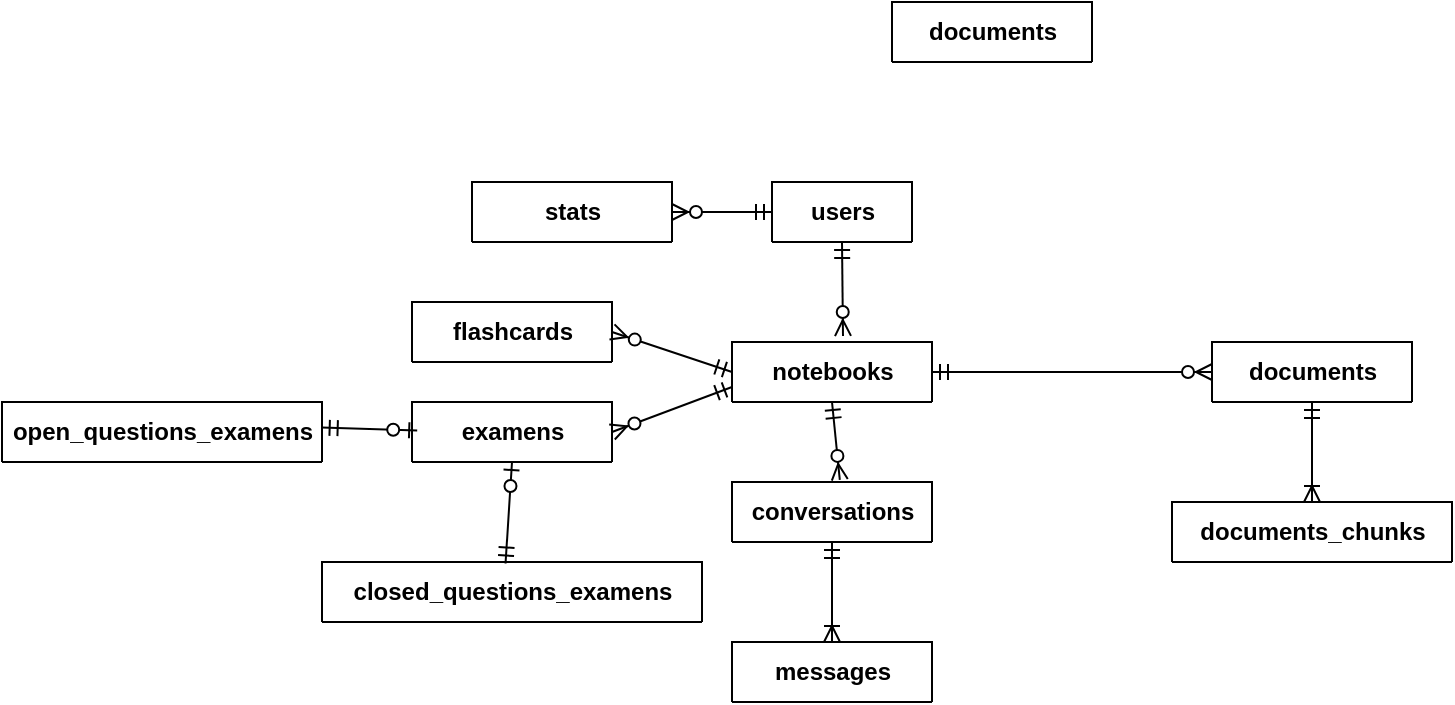
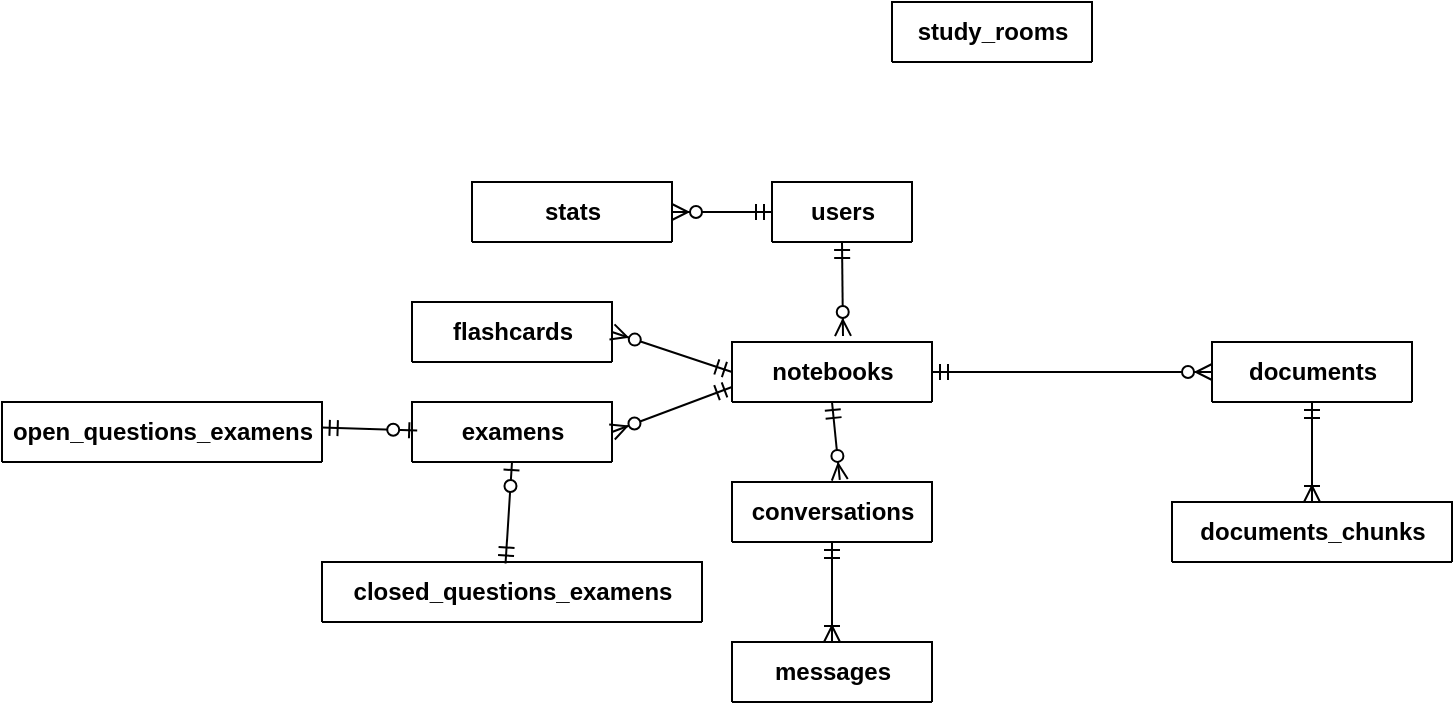
<mxfile host="Electron">
  <diagram name="Page-1" id="9mWcT3jb52ZpH7AjM-uH">
-     <mxGraphModel dx="1637" dy="566" grid="1" gridSize="10" guides="1" tooltips="1" connect="1" arrows="1" fold="1" page="1" pageScale="1" pageWidth="827" pageHeight="1169" math="0" shadow="0">
+     <mxGraphModel dx="1471" dy="462" grid="1" gridSize="10" guides="1" tooltips="1" connect="1" arrows="1" fold="1" page="1" pageScale="1" pageWidth="827" pageHeight="1169" math="0" shadow="0">
      <root>
        <mxCell id="0" />
        <mxCell id="1" parent="0" />
        <mxCell id="D_ME3l-LCZVwlyARO-Uj-1" collapsed="1" parent="1" style="shape=table;startSize=30;container=1;collapsible=1;childLayout=tableLayout;fixedRows=1;rowLines=0;fontStyle=1;align=center;resizeLast=1;html=1;" value="users" vertex="1">
          <mxGeometry height="30" width="70" x="180" y="250" as="geometry">
            <mxRectangle height="150" width="180" x="190" y="260" as="alternateBounds" />
          </mxGeometry>
        </mxCell>
        <mxCell id="D_ME3l-LCZVwlyARO-Uj-2" parent="D_ME3l-LCZVwlyARO-Uj-1" style="shape=tableRow;horizontal=0;startSize=0;swimlaneHead=0;swimlaneBody=0;fillColor=none;collapsible=0;dropTarget=0;points=[[0,0.5],[1,0.5]];portConstraint=eastwest;top=0;left=0;right=0;bottom=1;" value="" vertex="1">
          <mxGeometry height="30" width="180" y="30" as="geometry" />
        </mxCell>
        <mxCell id="D_ME3l-LCZVwlyARO-Uj-3" parent="D_ME3l-LCZVwlyARO-Uj-2" style="shape=partialRectangle;connectable=0;fillColor=none;top=0;left=0;bottom=0;right=0;fontStyle=1;overflow=hidden;whiteSpace=wrap;html=1;" value="PK" vertex="1">
          <mxGeometry height="30" width="30" as="geometry">
            <mxRectangle height="30" width="30" as="alternateBounds" />
          </mxGeometry>
        </mxCell>
        <mxCell id="D_ME3l-LCZVwlyARO-Uj-4" parent="D_ME3l-LCZVwlyARO-Uj-2" style="shape=partialRectangle;connectable=0;fillColor=none;top=0;left=0;bottom=0;right=0;align=left;spacingLeft=6;fontStyle=5;overflow=hidden;whiteSpace=wrap;html=1;" value="UniqueID" vertex="1">
          <mxGeometry height="30" width="150" x="30" as="geometry">
            <mxRectangle height="30" width="150" as="alternateBounds" />
          </mxGeometry>
        </mxCell>
        <mxCell id="D_ME3l-LCZVwlyARO-Uj-5" parent="D_ME3l-LCZVwlyARO-Uj-1" style="shape=tableRow;horizontal=0;startSize=0;swimlaneHead=0;swimlaneBody=0;fillColor=none;collapsible=0;dropTarget=0;points=[[0,0.5],[1,0.5]];portConstraint=eastwest;top=0;left=0;right=0;bottom=0;" value="" vertex="1">
          <mxGeometry height="30" width="180" y="60" as="geometry" />
        </mxCell>
        <mxCell id="D_ME3l-LCZVwlyARO-Uj-6" parent="D_ME3l-LCZVwlyARO-Uj-5" style="shape=partialRectangle;connectable=0;fillColor=none;top=0;left=0;bottom=0;right=0;editable=1;overflow=hidden;whiteSpace=wrap;html=1;" value="" vertex="1">
          <mxGeometry height="30" width="30" as="geometry">
            <mxRectangle height="30" width="30" as="alternateBounds" />
          </mxGeometry>
        </mxCell>
        <mxCell id="D_ME3l-LCZVwlyARO-Uj-7" parent="D_ME3l-LCZVwlyARO-Uj-5" style="shape=partialRectangle;connectable=0;fillColor=none;top=0;left=0;bottom=0;right=0;align=left;spacingLeft=6;overflow=hidden;whiteSpace=wrap;html=1;" value="Row 1" vertex="1">
          <mxGeometry height="30" width="150" x="30" as="geometry">
            <mxRectangle height="30" width="150" as="alternateBounds" />
          </mxGeometry>
        </mxCell>
        <mxCell id="D_ME3l-LCZVwlyARO-Uj-8" parent="D_ME3l-LCZVwlyARO-Uj-1" style="shape=tableRow;horizontal=0;startSize=0;swimlaneHead=0;swimlaneBody=0;fillColor=none;collapsible=0;dropTarget=0;points=[[0,0.5],[1,0.5]];portConstraint=eastwest;top=0;left=0;right=0;bottom=0;" value="" vertex="1">
          <mxGeometry height="30" width="180" y="90" as="geometry" />
        </mxCell>
        <mxCell id="D_ME3l-LCZVwlyARO-Uj-9" parent="D_ME3l-LCZVwlyARO-Uj-8" style="shape=partialRectangle;connectable=0;fillColor=none;top=0;left=0;bottom=0;right=0;editable=1;overflow=hidden;whiteSpace=wrap;html=1;" value="" vertex="1">
          <mxGeometry height="30" width="30" as="geometry">
            <mxRectangle height="30" width="30" as="alternateBounds" />
          </mxGeometry>
        </mxCell>
        <mxCell id="D_ME3l-LCZVwlyARO-Uj-10" parent="D_ME3l-LCZVwlyARO-Uj-8" style="shape=partialRectangle;connectable=0;fillColor=none;top=0;left=0;bottom=0;right=0;align=left;spacingLeft=6;overflow=hidden;whiteSpace=wrap;html=1;" value="Row 2" vertex="1">
          <mxGeometry height="30" width="150" x="30" as="geometry">
            <mxRectangle height="30" width="150" as="alternateBounds" />
          </mxGeometry>
        </mxCell>
        <mxCell id="D_ME3l-LCZVwlyARO-Uj-11" parent="D_ME3l-LCZVwlyARO-Uj-1" style="shape=tableRow;horizontal=0;startSize=0;swimlaneHead=0;swimlaneBody=0;fillColor=none;collapsible=0;dropTarget=0;points=[[0,0.5],[1,0.5]];portConstraint=eastwest;top=0;left=0;right=0;bottom=0;" value="" vertex="1">
          <mxGeometry height="30" width="180" y="120" as="geometry" />
        </mxCell>
        <mxCell id="D_ME3l-LCZVwlyARO-Uj-12" parent="D_ME3l-LCZVwlyARO-Uj-11" style="shape=partialRectangle;connectable=0;fillColor=none;top=0;left=0;bottom=0;right=0;editable=1;overflow=hidden;whiteSpace=wrap;html=1;" value="" vertex="1">
          <mxGeometry height="30" width="30" as="geometry">
            <mxRectangle height="30" width="30" as="alternateBounds" />
          </mxGeometry>
        </mxCell>
        <mxCell id="D_ME3l-LCZVwlyARO-Uj-13" parent="D_ME3l-LCZVwlyARO-Uj-11" style="shape=partialRectangle;connectable=0;fillColor=none;top=0;left=0;bottom=0;right=0;align=left;spacingLeft=6;overflow=hidden;whiteSpace=wrap;html=1;" value="Row 3" vertex="1">
          <mxGeometry height="30" width="150" x="30" as="geometry">
            <mxRectangle height="30" width="150" as="alternateBounds" />
          </mxGeometry>
        </mxCell>
        <mxCell id="D_ME3l-LCZVwlyARO-Uj-14" collapsed="1" parent="1" style="shape=table;startSize=30;container=1;collapsible=1;childLayout=tableLayout;fixedRows=1;rowLines=0;fontStyle=1;align=center;resizeLast=1;html=1;" value="documents" vertex="1">
          <mxGeometry height="30" width="100" x="400" y="330" as="geometry">
            <mxRectangle height="150" width="180" x="190" y="260" as="alternateBounds" />
          </mxGeometry>
        </mxCell>
        <mxCell id="D_ME3l-LCZVwlyARO-Uj-15" parent="D_ME3l-LCZVwlyARO-Uj-14" style="shape=tableRow;horizontal=0;startSize=0;swimlaneHead=0;swimlaneBody=0;fillColor=none;collapsible=0;dropTarget=0;points=[[0,0.5],[1,0.5]];portConstraint=eastwest;top=0;left=0;right=0;bottom=1;" value="" vertex="1">
          <mxGeometry height="30" width="180" y="30" as="geometry" />
        </mxCell>
        <mxCell id="D_ME3l-LCZVwlyARO-Uj-16" parent="D_ME3l-LCZVwlyARO-Uj-15" style="shape=partialRectangle;connectable=0;fillColor=none;top=0;left=0;bottom=0;right=0;fontStyle=1;overflow=hidden;whiteSpace=wrap;html=1;" value="PK" vertex="1">
          <mxGeometry height="30" width="30" as="geometry">
            <mxRectangle height="30" width="30" as="alternateBounds" />
          </mxGeometry>
        </mxCell>
        <mxCell id="D_ME3l-LCZVwlyARO-Uj-17" parent="D_ME3l-LCZVwlyARO-Uj-15" style="shape=partialRectangle;connectable=0;fillColor=none;top=0;left=0;bottom=0;right=0;align=left;spacingLeft=6;fontStyle=5;overflow=hidden;whiteSpace=wrap;html=1;" value="UniqueID" vertex="1">
          <mxGeometry height="30" width="150" x="30" as="geometry">
            <mxRectangle height="30" width="150" as="alternateBounds" />
          </mxGeometry>
        </mxCell>
        <mxCell id="D_ME3l-LCZVwlyARO-Uj-18" parent="D_ME3l-LCZVwlyARO-Uj-14" style="shape=tableRow;horizontal=0;startSize=0;swimlaneHead=0;swimlaneBody=0;fillColor=none;collapsible=0;dropTarget=0;points=[[0,0.5],[1,0.5]];portConstraint=eastwest;top=0;left=0;right=0;bottom=0;" value="" vertex="1">
          <mxGeometry height="30" width="180" y="60" as="geometry" />
        </mxCell>
        <mxCell id="D_ME3l-LCZVwlyARO-Uj-19" parent="D_ME3l-LCZVwlyARO-Uj-18" style="shape=partialRectangle;connectable=0;fillColor=none;top=0;left=0;bottom=0;right=0;editable=1;overflow=hidden;whiteSpace=wrap;html=1;" value="" vertex="1">
          <mxGeometry height="30" width="30" as="geometry">
            <mxRectangle height="30" width="30" as="alternateBounds" />
          </mxGeometry>
        </mxCell>
        <mxCell id="D_ME3l-LCZVwlyARO-Uj-20" parent="D_ME3l-LCZVwlyARO-Uj-18" style="shape=partialRectangle;connectable=0;fillColor=none;top=0;left=0;bottom=0;right=0;align=left;spacingLeft=6;overflow=hidden;whiteSpace=wrap;html=1;" value="Row 1" vertex="1">
          <mxGeometry height="30" width="150" x="30" as="geometry">
            <mxRectangle height="30" width="150" as="alternateBounds" />
          </mxGeometry>
        </mxCell>
        <mxCell id="D_ME3l-LCZVwlyARO-Uj-21" parent="D_ME3l-LCZVwlyARO-Uj-14" style="shape=tableRow;horizontal=0;startSize=0;swimlaneHead=0;swimlaneBody=0;fillColor=none;collapsible=0;dropTarget=0;points=[[0,0.5],[1,0.5]];portConstraint=eastwest;top=0;left=0;right=0;bottom=0;" value="" vertex="1">
          <mxGeometry height="30" width="180" y="90" as="geometry" />
        </mxCell>
        <mxCell id="D_ME3l-LCZVwlyARO-Uj-22" parent="D_ME3l-LCZVwlyARO-Uj-21" style="shape=partialRectangle;connectable=0;fillColor=none;top=0;left=0;bottom=0;right=0;editable=1;overflow=hidden;whiteSpace=wrap;html=1;" value="" vertex="1">
          <mxGeometry height="30" width="30" as="geometry">
            <mxRectangle height="30" width="30" as="alternateBounds" />
          </mxGeometry>
        </mxCell>
        <mxCell id="D_ME3l-LCZVwlyARO-Uj-23" parent="D_ME3l-LCZVwlyARO-Uj-21" style="shape=partialRectangle;connectable=0;fillColor=none;top=0;left=0;bottom=0;right=0;align=left;spacingLeft=6;overflow=hidden;whiteSpace=wrap;html=1;" value="Row 2" vertex="1">
          <mxGeometry height="30" width="150" x="30" as="geometry">
            <mxRectangle height="30" width="150" as="alternateBounds" />
          </mxGeometry>
        </mxCell>
        <mxCell id="D_ME3l-LCZVwlyARO-Uj-24" parent="D_ME3l-LCZVwlyARO-Uj-14" style="shape=tableRow;horizontal=0;startSize=0;swimlaneHead=0;swimlaneBody=0;fillColor=none;collapsible=0;dropTarget=0;points=[[0,0.5],[1,0.5]];portConstraint=eastwest;top=0;left=0;right=0;bottom=0;" value="" vertex="1">
          <mxGeometry height="30" width="180" y="120" as="geometry" />
        </mxCell>
        <mxCell id="D_ME3l-LCZVwlyARO-Uj-25" parent="D_ME3l-LCZVwlyARO-Uj-24" style="shape=partialRectangle;connectable=0;fillColor=none;top=0;left=0;bottom=0;right=0;editable=1;overflow=hidden;whiteSpace=wrap;html=1;" value="" vertex="1">
          <mxGeometry height="30" width="30" as="geometry">
            <mxRectangle height="30" width="30" as="alternateBounds" />
          </mxGeometry>
        </mxCell>
        <mxCell id="D_ME3l-LCZVwlyARO-Uj-26" parent="D_ME3l-LCZVwlyARO-Uj-24" style="shape=partialRectangle;connectable=0;fillColor=none;top=0;left=0;bottom=0;right=0;align=left;spacingLeft=6;overflow=hidden;whiteSpace=wrap;html=1;" value="Row 3" vertex="1">
          <mxGeometry height="30" width="150" x="30" as="geometry">
            <mxRectangle height="30" width="150" as="alternateBounds" />
          </mxGeometry>
        </mxCell>
        <mxCell id="D_ME3l-LCZVwlyARO-Uj-40" collapsed="1" parent="1" style="shape=table;startSize=30;container=1;collapsible=1;childLayout=tableLayout;fixedRows=1;rowLines=0;fontStyle=1;align=center;resizeLast=1;html=1;" value="notebooks" vertex="1">
          <mxGeometry height="30" width="100" x="160" y="330" as="geometry">
            <mxRectangle height="150" width="180" x="190" y="260" as="alternateBounds" />
          </mxGeometry>
        </mxCell>
        <mxCell id="D_ME3l-LCZVwlyARO-Uj-41" parent="D_ME3l-LCZVwlyARO-Uj-40" style="shape=tableRow;horizontal=0;startSize=0;swimlaneHead=0;swimlaneBody=0;fillColor=none;collapsible=0;dropTarget=0;points=[[0,0.5],[1,0.5]];portConstraint=eastwest;top=0;left=0;right=0;bottom=1;" value="" vertex="1">
          <mxGeometry height="30" width="180" y="30" as="geometry" />
        </mxCell>
        <mxCell id="D_ME3l-LCZVwlyARO-Uj-42" parent="D_ME3l-LCZVwlyARO-Uj-41" style="shape=partialRectangle;connectable=0;fillColor=none;top=0;left=0;bottom=0;right=0;fontStyle=1;overflow=hidden;whiteSpace=wrap;html=1;" value="PK" vertex="1">
          <mxGeometry height="30" width="30" as="geometry">
            <mxRectangle height="30" width="30" as="alternateBounds" />
          </mxGeometry>
        </mxCell>
        <mxCell id="D_ME3l-LCZVwlyARO-Uj-43" parent="D_ME3l-LCZVwlyARO-Uj-41" style="shape=partialRectangle;connectable=0;fillColor=none;top=0;left=0;bottom=0;right=0;align=left;spacingLeft=6;fontStyle=5;overflow=hidden;whiteSpace=wrap;html=1;" value="UniqueID" vertex="1">
          <mxGeometry height="30" width="150" x="30" as="geometry">
            <mxRectangle height="30" width="150" as="alternateBounds" />
          </mxGeometry>
        </mxCell>
        <mxCell id="D_ME3l-LCZVwlyARO-Uj-44" parent="D_ME3l-LCZVwlyARO-Uj-40" style="shape=tableRow;horizontal=0;startSize=0;swimlaneHead=0;swimlaneBody=0;fillColor=none;collapsible=0;dropTarget=0;points=[[0,0.5],[1,0.5]];portConstraint=eastwest;top=0;left=0;right=0;bottom=0;" value="" vertex="1">
          <mxGeometry height="30" width="180" y="60" as="geometry" />
        </mxCell>
        <mxCell id="D_ME3l-LCZVwlyARO-Uj-45" parent="D_ME3l-LCZVwlyARO-Uj-44" style="shape=partialRectangle;connectable=0;fillColor=none;top=0;left=0;bottom=0;right=0;editable=1;overflow=hidden;whiteSpace=wrap;html=1;" value="" vertex="1">
          <mxGeometry height="30" width="30" as="geometry">
            <mxRectangle height="30" width="30" as="alternateBounds" />
          </mxGeometry>
        </mxCell>
        <mxCell id="D_ME3l-LCZVwlyARO-Uj-46" parent="D_ME3l-LCZVwlyARO-Uj-44" style="shape=partialRectangle;connectable=0;fillColor=none;top=0;left=0;bottom=0;right=0;align=left;spacingLeft=6;overflow=hidden;whiteSpace=wrap;html=1;" value="Row 1" vertex="1">
          <mxGeometry height="30" width="150" x="30" as="geometry">
            <mxRectangle height="30" width="150" as="alternateBounds" />
          </mxGeometry>
        </mxCell>
        <mxCell id="D_ME3l-LCZVwlyARO-Uj-47" parent="D_ME3l-LCZVwlyARO-Uj-40" style="shape=tableRow;horizontal=0;startSize=0;swimlaneHead=0;swimlaneBody=0;fillColor=none;collapsible=0;dropTarget=0;points=[[0,0.5],[1,0.5]];portConstraint=eastwest;top=0;left=0;right=0;bottom=0;" value="" vertex="1">
          <mxGeometry height="30" width="180" y="90" as="geometry" />
        </mxCell>
        <mxCell id="D_ME3l-LCZVwlyARO-Uj-48" parent="D_ME3l-LCZVwlyARO-Uj-47" style="shape=partialRectangle;connectable=0;fillColor=none;top=0;left=0;bottom=0;right=0;editable=1;overflow=hidden;whiteSpace=wrap;html=1;" value="" vertex="1">
          <mxGeometry height="30" width="30" as="geometry">
            <mxRectangle height="30" width="30" as="alternateBounds" />
          </mxGeometry>
        </mxCell>
        <mxCell id="D_ME3l-LCZVwlyARO-Uj-49" parent="D_ME3l-LCZVwlyARO-Uj-47" style="shape=partialRectangle;connectable=0;fillColor=none;top=0;left=0;bottom=0;right=0;align=left;spacingLeft=6;overflow=hidden;whiteSpace=wrap;html=1;" value="Row 2" vertex="1">
          <mxGeometry height="30" width="150" x="30" as="geometry">
            <mxRectangle height="30" width="150" as="alternateBounds" />
          </mxGeometry>
        </mxCell>
        <mxCell id="D_ME3l-LCZVwlyARO-Uj-50" parent="D_ME3l-LCZVwlyARO-Uj-40" style="shape=tableRow;horizontal=0;startSize=0;swimlaneHead=0;swimlaneBody=0;fillColor=none;collapsible=0;dropTarget=0;points=[[0,0.5],[1,0.5]];portConstraint=eastwest;top=0;left=0;right=0;bottom=0;" value="" vertex="1">
          <mxGeometry height="30" width="180" y="120" as="geometry" />
        </mxCell>
        <mxCell id="D_ME3l-LCZVwlyARO-Uj-51" parent="D_ME3l-LCZVwlyARO-Uj-50" style="shape=partialRectangle;connectable=0;fillColor=none;top=0;left=0;bottom=0;right=0;editable=1;overflow=hidden;whiteSpace=wrap;html=1;" value="" vertex="1">
          <mxGeometry height="30" width="30" as="geometry">
            <mxRectangle height="30" width="30" as="alternateBounds" />
          </mxGeometry>
        </mxCell>
        <mxCell id="D_ME3l-LCZVwlyARO-Uj-52" parent="D_ME3l-LCZVwlyARO-Uj-50" style="shape=partialRectangle;connectable=0;fillColor=none;top=0;left=0;bottom=0;right=0;align=left;spacingLeft=6;overflow=hidden;whiteSpace=wrap;html=1;" value="Row 3" vertex="1">
          <mxGeometry height="30" width="150" x="30" as="geometry">
            <mxRectangle height="30" width="150" as="alternateBounds" />
          </mxGeometry>
        </mxCell>
        <mxCell id="D_ME3l-LCZVwlyARO-Uj-53" collapsed="1" parent="1" style="shape=table;startSize=30;container=1;collapsible=1;childLayout=tableLayout;fixedRows=1;rowLines=0;fontStyle=1;align=center;resizeLast=1;html=1;" value="conversations" vertex="1">
          <mxGeometry height="30" width="100" x="160" y="400" as="geometry">
            <mxRectangle height="150" width="180" x="190" y="260" as="alternateBounds" />
          </mxGeometry>
        </mxCell>
        <mxCell id="D_ME3l-LCZVwlyARO-Uj-54" parent="D_ME3l-LCZVwlyARO-Uj-53" style="shape=tableRow;horizontal=0;startSize=0;swimlaneHead=0;swimlaneBody=0;fillColor=none;collapsible=0;dropTarget=0;points=[[0,0.5],[1,0.5]];portConstraint=eastwest;top=0;left=0;right=0;bottom=1;" value="" vertex="1">
          <mxGeometry height="30" width="180" y="30" as="geometry" />
        </mxCell>
        <mxCell id="D_ME3l-LCZVwlyARO-Uj-55" parent="D_ME3l-LCZVwlyARO-Uj-54" style="shape=partialRectangle;connectable=0;fillColor=none;top=0;left=0;bottom=0;right=0;fontStyle=1;overflow=hidden;whiteSpace=wrap;html=1;" value="PK" vertex="1">
          <mxGeometry height="30" width="30" as="geometry">
            <mxRectangle height="30" width="30" as="alternateBounds" />
          </mxGeometry>
        </mxCell>
        <mxCell id="D_ME3l-LCZVwlyARO-Uj-56" parent="D_ME3l-LCZVwlyARO-Uj-54" style="shape=partialRectangle;connectable=0;fillColor=none;top=0;left=0;bottom=0;right=0;align=left;spacingLeft=6;fontStyle=5;overflow=hidden;whiteSpace=wrap;html=1;" value="UniqueID" vertex="1">
          <mxGeometry height="30" width="150" x="30" as="geometry">
            <mxRectangle height="30" width="150" as="alternateBounds" />
          </mxGeometry>
        </mxCell>
        <mxCell id="D_ME3l-LCZVwlyARO-Uj-57" parent="D_ME3l-LCZVwlyARO-Uj-53" style="shape=tableRow;horizontal=0;startSize=0;swimlaneHead=0;swimlaneBody=0;fillColor=none;collapsible=0;dropTarget=0;points=[[0,0.5],[1,0.5]];portConstraint=eastwest;top=0;left=0;right=0;bottom=0;" value="" vertex="1">
          <mxGeometry height="30" width="180" y="60" as="geometry" />
        </mxCell>
        <mxCell id="D_ME3l-LCZVwlyARO-Uj-58" parent="D_ME3l-LCZVwlyARO-Uj-57" style="shape=partialRectangle;connectable=0;fillColor=none;top=0;left=0;bottom=0;right=0;editable=1;overflow=hidden;whiteSpace=wrap;html=1;" value="" vertex="1">
          <mxGeometry height="30" width="30" as="geometry">
            <mxRectangle height="30" width="30" as="alternateBounds" />
          </mxGeometry>
        </mxCell>
        <mxCell id="D_ME3l-LCZVwlyARO-Uj-59" parent="D_ME3l-LCZVwlyARO-Uj-57" style="shape=partialRectangle;connectable=0;fillColor=none;top=0;left=0;bottom=0;right=0;align=left;spacingLeft=6;overflow=hidden;whiteSpace=wrap;html=1;" value="Row 1" vertex="1">
          <mxGeometry height="30" width="150" x="30" as="geometry">
            <mxRectangle height="30" width="150" as="alternateBounds" />
          </mxGeometry>
        </mxCell>
        <mxCell id="D_ME3l-LCZVwlyARO-Uj-60" parent="D_ME3l-LCZVwlyARO-Uj-53" style="shape=tableRow;horizontal=0;startSize=0;swimlaneHead=0;swimlaneBody=0;fillColor=none;collapsible=0;dropTarget=0;points=[[0,0.5],[1,0.5]];portConstraint=eastwest;top=0;left=0;right=0;bottom=0;" value="" vertex="1">
          <mxGeometry height="30" width="180" y="90" as="geometry" />
        </mxCell>
        <mxCell id="D_ME3l-LCZVwlyARO-Uj-61" parent="D_ME3l-LCZVwlyARO-Uj-60" style="shape=partialRectangle;connectable=0;fillColor=none;top=0;left=0;bottom=0;right=0;editable=1;overflow=hidden;whiteSpace=wrap;html=1;" value="" vertex="1">
          <mxGeometry height="30" width="30" as="geometry">
            <mxRectangle height="30" width="30" as="alternateBounds" />
          </mxGeometry>
        </mxCell>
        <mxCell id="D_ME3l-LCZVwlyARO-Uj-62" parent="D_ME3l-LCZVwlyARO-Uj-60" style="shape=partialRectangle;connectable=0;fillColor=none;top=0;left=0;bottom=0;right=0;align=left;spacingLeft=6;overflow=hidden;whiteSpace=wrap;html=1;" value="Row 2" vertex="1">
          <mxGeometry height="30" width="150" x="30" as="geometry">
            <mxRectangle height="30" width="150" as="alternateBounds" />
          </mxGeometry>
        </mxCell>
        <mxCell id="D_ME3l-LCZVwlyARO-Uj-63" parent="D_ME3l-LCZVwlyARO-Uj-53" style="shape=tableRow;horizontal=0;startSize=0;swimlaneHead=0;swimlaneBody=0;fillColor=none;collapsible=0;dropTarget=0;points=[[0,0.5],[1,0.5]];portConstraint=eastwest;top=0;left=0;right=0;bottom=0;" value="" vertex="1">
          <mxGeometry height="30" width="180" y="120" as="geometry" />
        </mxCell>
        <mxCell id="D_ME3l-LCZVwlyARO-Uj-64" parent="D_ME3l-LCZVwlyARO-Uj-63" style="shape=partialRectangle;connectable=0;fillColor=none;top=0;left=0;bottom=0;right=0;editable=1;overflow=hidden;whiteSpace=wrap;html=1;" value="" vertex="1">
          <mxGeometry height="30" width="30" as="geometry">
            <mxRectangle height="30" width="30" as="alternateBounds" />
          </mxGeometry>
        </mxCell>
        <mxCell id="D_ME3l-LCZVwlyARO-Uj-65" parent="D_ME3l-LCZVwlyARO-Uj-63" style="shape=partialRectangle;connectable=0;fillColor=none;top=0;left=0;bottom=0;right=0;align=left;spacingLeft=6;overflow=hidden;whiteSpace=wrap;html=1;" value="Row 3" vertex="1">
          <mxGeometry height="30" width="150" x="30" as="geometry">
            <mxRectangle height="30" width="150" as="alternateBounds" />
          </mxGeometry>
        </mxCell>
        <mxCell id="D_ME3l-LCZVwlyARO-Uj-66" collapsed="1" parent="1" style="shape=table;startSize=30;container=1;collapsible=1;childLayout=tableLayout;fixedRows=1;rowLines=0;fontStyle=1;align=center;resizeLast=1;html=1;" value="messages&lt;span style=&quot;color: rgba(0, 0, 0, 0); font-family: monospace; font-size: 0px; font-weight: 400; text-align: start;&quot;&gt;%3CmxGraphModel%3E%3Croot%3E%3CmxCell%20id%3D%220%22%2F%3E%3CmxCell%20id%3D%221%22%20parent%3D%220%22%2F%3E%3CmxCell%20id%3D%222%22%20collapsed%3D%221%22%20parent%3D%221%22%20style%3D%22shape%3Dtable%3BstartSize%3D30%3Bcontainer%3D1%3Bcollapsible%3D1%3BchildLayout%3DtableLayout%3BfixedRows%3D1%3BrowLines%3D0%3BfontStyle%3D1%3Balign%3Dcenter%3BresizeLast%3D1%3Bhtml%3D1%3B%22%20value%3D%22conversations%22%20vertex%3D%221%22%3E%3CmxGeometry%20height%3D%2230%22%20width%3D%22100%22%20x%3D%22150%22%20y%3D%22410%22%20as%3D%22geometry%22%3E%3CmxRectangle%20height%3D%22150%22%20width%3D%22180%22%20x%3D%22190%22%20y%3D%22260%22%20as%3D%22alternateBounds%22%2F%3E%3C%2FmxGeometry%3E%3C%2FmxCell%3E%3CmxCell%20id%3D%223%22%20parent%3D%222%22%20style%3D%22shape%3DtableRow%3Bhorizontal%3D0%3BstartSize%3D0%3BswimlaneHead%3D0%3BswimlaneBody%3D0%3BfillColor%3Dnone%3Bcollapsible%3D0%3BdropTarget%3D0%3Bpoints%3D%5B%5B0%2C0.5%5D%2C%5B1%2C0.5%5D%5D%3BportConstraint%3Deastwest%3Btop%3D0%3Bleft%3D0%3Bright%3D0%3Bbottom%3D1%3B%22%20value%3D%22%22%20vertex%3D%221%22%3E%3CmxGeometry%20height%3D%2230%22%20width%3D%22180%22%20y%3D%2230%22%20as%3D%22geometry%22%2F%3E%3C%2FmxCell%3E%3CmxCell%20id%3D%224%22%20parent%3D%223%22%20style%3D%22shape%3DpartialRectangle%3Bconnectable%3D0%3BfillColor%3Dnone%3Btop%3D0%3Bleft%3D0%3Bbottom%3D0%3Bright%3D0%3BfontStyle%3D1%3Boverflow%3Dhidden%3BwhiteSpace%3Dwrap%3Bhtml%3D1%3B%22%20value%3D%22PK%22%20vertex%3D%221%22%3E%3CmxGeometry%20height%3D%2230%22%20width%3D%2230%22%20as%3D%22geometry%22%3E%3CmxRectangle%20height%3D%2230%22%20width%3D%2230%22%20as%3D%22alternateBounds%22%2F%3E%3C%2FmxGeometry%3E%3C%2FmxCell%3E%3CmxCell%20id%3D%225%22%20parent%3D%223%22%20style%3D%22shape%3DpartialRectangle%3Bconnectable%3D0%3BfillColor%3Dnone%3Btop%3D0%3Bleft%3D0%3Bbottom%3D0%3Bright%3D0%3Balign%3Dleft%3BspacingLeft%3D6%3BfontStyle%3D5%3Boverflow%3Dhidden%3BwhiteSpace%3Dwrap%3Bhtml%3D1%3B%22%20value%3D%22UniqueID%22%20vertex%3D%221%22%3E%3CmxGeometry%20height%3D%2230%22%20width%3D%22150%22%20x%3D%2230%22%20as%3D%22geometry%22%3E%3CmxRectangle%20height%3D%2230%22%20width%3D%22150%22%20as%3D%22alternateBounds%22%2F%3E%3C%2FmxGeometry%3E%3C%2FmxCell%3E%3CmxCell%20id%3D%226%22%20parent%3D%222%22%20style%3D%22shape%3DtableRow%3Bhorizontal%3D0%3BstartSize%3D0%3BswimlaneHead%3D0%3BswimlaneBody%3D0%3BfillColor%3Dnone%3Bcollapsible%3D0%3BdropTarget%3D0%3Bpoints%3D%5B%5B0%2C0.5%5D%2C%5B1%2C0.5%5D%5D%3BportConstraint%3Deastwest%3Btop%3D0%3Bleft%3D0%3Bright%3D0%3Bbottom%3D0%3B%22%20value%3D%22%22%20vertex%3D%221%22%3E%3CmxGeometry%20height%3D%2230%22%20width%3D%22180%22%20y%3D%2260%22%20as%3D%22geometry%22%2F%3E%3C%2FmxCell%3E%3CmxCell%20id%3D%227%22%20parent%3D%226%22%20style%3D%22shape%3DpartialRectangle%3Bconnectable%3D0%3BfillColor%3Dnone%3Btop%3D0%3Bleft%3D0%3Bbottom%3D0%3Bright%3D0%3Beditable%3D1%3Boverflow%3Dhidden%3BwhiteSpace%3Dwrap%3Bhtml%3D1%3B%22%20value%3D%22%22%20vertex%3D%221%22%3E%3CmxGeometry%20height%3D%2230%22%20width%3D%2230%22%20as%3D%22geometry%22%3E%3CmxRectangle%20height%3D%2230%22%20width%3D%2230%22%20as%3D%22alternateBounds%22%2F%3E%3C%2FmxGeometry%3E%3C%2FmxCell%3E%3CmxCell%20id%3D%228%22%20parent%3D%226%22%20style%3D%22shape%3DpartialRectangle%3Bconnectable%3D0%3BfillColor%3Dnone%3Btop%3D0%3Bleft%3D0%3Bbottom%3D0%3Bright%3D0%3Balign%3Dleft%3BspacingLeft%3D6%3Boverflow%3Dhidden%3BwhiteSpace%3Dwrap%3Bhtml%3D1%3B%22%20value%3D%22Row%201%22%20vertex%3D%221%22%3E%3CmxGeometry%20height%3D%2230%22%20width%3D%22150%22%20x%3D%2230%22%20as%3D%22geometry%22%3E%3CmxRectangle%20height%3D%2230%22%20width%3D%22150%22%20as%3D%22alternateBounds%22%2F%3E%3C%2FmxGeometry%3E%3C%2FmxCell%3E%3CmxCell%20id%3D%229%22%20parent%3D%222%22%20style%3D%22shape%3DtableRow%3Bhorizontal%3D0%3BstartSize%3D0%3BswimlaneHead%3D0%3BswimlaneBody%3D0%3BfillColor%3Dnone%3Bcollapsible%3D0%3BdropTarget%3D0%3Bpoints%3D%5B%5B0%2C0.5%5D%2C%5B1%2C0.5%5D%5D%3BportConstraint%3Deastwest%3Btop%3D0%3Bleft%3D0%3Bright%3D0%3Bbottom%3D0%3B%22%20value%3D%22%22%20vertex%3D%221%22%3E%3CmxGeometry%20height%3D%2230%22%20width%3D%22180%22%20y%3D%2290%22%20as%3D%22geometry%22%2F%3E%3C%2FmxCell%3E%3CmxCell%20id%3D%2210%22%20parent%3D%229%22%20style%3D%22shape%3DpartialRectangle%3Bconnectable%3D0%3BfillColor%3Dnone%3Btop%3D0%3Bleft%3D0%3Bbottom%3D0%3Bright%3D0%3Beditable%3D1%3Boverflow%3Dhidden%3BwhiteSpace%3Dwrap%3Bhtml%3D1%3B%22%20value%3D%22%22%20vertex%3D%221%22%3E%3CmxGeometry%20height%3D%2230%22%20width%3D%2230%22%20as%3D%22geometry%22%3E%3CmxRectangle%20height%3D%2230%22%20width%3D%2230%22%20as%3D%22alternateBounds%22%2F%3E%3C%2FmxGeometry%3E%3C%2FmxCell%3E%3CmxCell%20id%3D%2211%22%20parent%3D%229%22%20style%3D%22shape%3DpartialRectangle%3Bconnectable%3D0%3BfillColor%3Dnone%3Btop%3D0%3Bleft%3D0%3Bbottom%3D0%3Bright%3D0%3Balign%3Dleft%3BspacingLeft%3D6%3Boverflow%3Dhidden%3BwhiteSpace%3Dwrap%3Bhtml%3D1%3B%22%20value%3D%22Row%202%22%20vertex%3D%221%22%3E%3CmxGeometry%20height%3D%2230%22%20width%3D%22150%22%20x%3D%2230%22%20as%3D%22geometry%22%3E%3CmxRectangle%20height%3D%2230%22%20width%3D%22150%22%20as%3D%22alternateBounds%22%2F%3E%3C%2FmxGeometry%3E%3C%2FmxCell%3E%3CmxCell%20id%3D%2212%22%20parent%3D%222%22%20style%3D%22shape%3DtableRow%3Bhorizontal%3D0%3BstartSize%3D0%3BswimlaneHead%3D0%3BswimlaneBody%3D0%3BfillColor%3Dnone%3Bcollapsible%3D0%3BdropTarget%3D0%3Bpoints%3D%5B%5B0%2C0.5%5D%2C%5B1%2C0.5%5D%5D%3BportConstraint%3Deastwest%3Btop%3D0%3Bleft%3D0%3Bright%3D0%3Bbottom%3D0%3B%22%20value%3D%22%22%20vertex%3D%221%22%3E%3CmxGeometry%20height%3D%2230%22%20width%3D%22180%22%20y%3D%22120%22%20as%3D%22geometry%22%2F%3E%3C%2FmxCell%3E%3CmxCell%20id%3D%2213%22%20parent%3D%2212%22%20style%3D%22shape%3DpartialRectangle%3Bconnectable%3D0%3BfillColor%3Dnone%3Btop%3D0%3Bleft%3D0%3Bbottom%3D0%3Bright%3D0%3Beditable%3D1%3Boverflow%3Dhidden%3BwhiteSpace%3Dwrap%3Bhtml%3D1%3B%22%20value%3D%22%22%20vertex%3D%221%22%3E%3CmxGeometry%20height%3D%2230%22%20width%3D%2230%22%20as%3D%22geometry%22%3E%3CmxRectangle%20height%3D%2230%22%20width%3D%2230%22%20as%3D%22alternateBounds%22%2F%3E%3C%2FmxGeometry%3E%3C%2FmxCell%3E%3CmxCell%20id%3D%2214%22%20parent%3D%2212%22%20style%3D%22shape%3DpartialRectangle%3Bconnectable%3D0%3BfillColor%3Dnone%3Btop%3D0%3Bleft%3D0%3Bbottom%3D0%3Bright%3D0%3Balign%3Dleft%3BspacingLeft%3D6%3Boverflow%3Dhidden%3BwhiteSpace%3Dwrap%3Bhtml%3D1%3B%22%20value%3D%22Row%203%22%20vertex%3D%221%22%3E%3CmxGeometry%20height%3D%2230%22%20width%3D%22150%22%20x%3D%2230%22%20as%3D%22geometry%22%3E%3CmxRectangle%20height%3D%2230%22%20width%3D%22150%22%20as%3D%22alternateBounds%22%2F%3E%3C%2FmxGeometry%3E%3C%2FmxCell%3E%3C%2Froot%3E%3C%2FmxGraphModel%3E&lt;/span&gt;" vertex="1">
          <mxGeometry height="30" width="100" x="160" y="480" as="geometry">
            <mxRectangle height="150" width="180" x="190" y="260" as="alternateBounds" />
          </mxGeometry>
        </mxCell>
        <mxCell id="D_ME3l-LCZVwlyARO-Uj-67" parent="D_ME3l-LCZVwlyARO-Uj-66" style="shape=tableRow;horizontal=0;startSize=0;swimlaneHead=0;swimlaneBody=0;fillColor=none;collapsible=0;dropTarget=0;points=[[0,0.5],[1,0.5]];portConstraint=eastwest;top=0;left=0;right=0;bottom=1;" value="" vertex="1">
          <mxGeometry height="30" width="180" y="30" as="geometry" />
        </mxCell>
        <mxCell id="D_ME3l-LCZVwlyARO-Uj-68" parent="D_ME3l-LCZVwlyARO-Uj-67" style="shape=partialRectangle;connectable=0;fillColor=none;top=0;left=0;bottom=0;right=0;fontStyle=1;overflow=hidden;whiteSpace=wrap;html=1;" value="PK" vertex="1">
          <mxGeometry height="30" width="30" as="geometry">
            <mxRectangle height="30" width="30" as="alternateBounds" />
          </mxGeometry>
        </mxCell>
        <mxCell id="D_ME3l-LCZVwlyARO-Uj-69" parent="D_ME3l-LCZVwlyARO-Uj-67" style="shape=partialRectangle;connectable=0;fillColor=none;top=0;left=0;bottom=0;right=0;align=left;spacingLeft=6;fontStyle=5;overflow=hidden;whiteSpace=wrap;html=1;" value="UniqueID" vertex="1">
          <mxGeometry height="30" width="150" x="30" as="geometry">
            <mxRectangle height="30" width="150" as="alternateBounds" />
          </mxGeometry>
        </mxCell>
        <mxCell id="D_ME3l-LCZVwlyARO-Uj-70" parent="D_ME3l-LCZVwlyARO-Uj-66" style="shape=tableRow;horizontal=0;startSize=0;swimlaneHead=0;swimlaneBody=0;fillColor=none;collapsible=0;dropTarget=0;points=[[0,0.5],[1,0.5]];portConstraint=eastwest;top=0;left=0;right=0;bottom=0;" value="" vertex="1">
          <mxGeometry height="30" width="180" y="60" as="geometry" />
        </mxCell>
        <mxCell id="D_ME3l-LCZVwlyARO-Uj-71" parent="D_ME3l-LCZVwlyARO-Uj-70" style="shape=partialRectangle;connectable=0;fillColor=none;top=0;left=0;bottom=0;right=0;editable=1;overflow=hidden;whiteSpace=wrap;html=1;" value="" vertex="1">
          <mxGeometry height="30" width="30" as="geometry">
            <mxRectangle height="30" width="30" as="alternateBounds" />
          </mxGeometry>
        </mxCell>
        <mxCell id="D_ME3l-LCZVwlyARO-Uj-72" parent="D_ME3l-LCZVwlyARO-Uj-70" style="shape=partialRectangle;connectable=0;fillColor=none;top=0;left=0;bottom=0;right=0;align=left;spacingLeft=6;overflow=hidden;whiteSpace=wrap;html=1;" value="Row 1" vertex="1">
          <mxGeometry height="30" width="150" x="30" as="geometry">
            <mxRectangle height="30" width="150" as="alternateBounds" />
          </mxGeometry>
        </mxCell>
        <mxCell id="D_ME3l-LCZVwlyARO-Uj-73" parent="D_ME3l-LCZVwlyARO-Uj-66" style="shape=tableRow;horizontal=0;startSize=0;swimlaneHead=0;swimlaneBody=0;fillColor=none;collapsible=0;dropTarget=0;points=[[0,0.5],[1,0.5]];portConstraint=eastwest;top=0;left=0;right=0;bottom=0;" value="" vertex="1">
          <mxGeometry height="30" width="180" y="90" as="geometry" />
        </mxCell>
        <mxCell id="D_ME3l-LCZVwlyARO-Uj-74" parent="D_ME3l-LCZVwlyARO-Uj-73" style="shape=partialRectangle;connectable=0;fillColor=none;top=0;left=0;bottom=0;right=0;editable=1;overflow=hidden;whiteSpace=wrap;html=1;" value="" vertex="1">
          <mxGeometry height="30" width="30" as="geometry">
            <mxRectangle height="30" width="30" as="alternateBounds" />
          </mxGeometry>
        </mxCell>
        <mxCell id="D_ME3l-LCZVwlyARO-Uj-75" parent="D_ME3l-LCZVwlyARO-Uj-73" style="shape=partialRectangle;connectable=0;fillColor=none;top=0;left=0;bottom=0;right=0;align=left;spacingLeft=6;overflow=hidden;whiteSpace=wrap;html=1;" value="Row 2" vertex="1">
          <mxGeometry height="30" width="150" x="30" as="geometry">
            <mxRectangle height="30" width="150" as="alternateBounds" />
          </mxGeometry>
        </mxCell>
        <mxCell id="D_ME3l-LCZVwlyARO-Uj-76" parent="D_ME3l-LCZVwlyARO-Uj-66" style="shape=tableRow;horizontal=0;startSize=0;swimlaneHead=0;swimlaneBody=0;fillColor=none;collapsible=0;dropTarget=0;points=[[0,0.5],[1,0.5]];portConstraint=eastwest;top=0;left=0;right=0;bottom=0;" value="" vertex="1">
          <mxGeometry height="30" width="180" y="120" as="geometry" />
        </mxCell>
        <mxCell id="D_ME3l-LCZVwlyARO-Uj-77" parent="D_ME3l-LCZVwlyARO-Uj-76" style="shape=partialRectangle;connectable=0;fillColor=none;top=0;left=0;bottom=0;right=0;editable=1;overflow=hidden;whiteSpace=wrap;html=1;" value="" vertex="1">
          <mxGeometry height="30" width="30" as="geometry">
            <mxRectangle height="30" width="30" as="alternateBounds" />
          </mxGeometry>
        </mxCell>
        <mxCell id="D_ME3l-LCZVwlyARO-Uj-78" parent="D_ME3l-LCZVwlyARO-Uj-76" style="shape=partialRectangle;connectable=0;fillColor=none;top=0;left=0;bottom=0;right=0;align=left;spacingLeft=6;overflow=hidden;whiteSpace=wrap;html=1;" value="Row 3" vertex="1">
          <mxGeometry height="30" width="150" x="30" as="geometry">
            <mxRectangle height="30" width="150" as="alternateBounds" />
          </mxGeometry>
        </mxCell>
        <mxCell id="D_ME3l-LCZVwlyARO-Uj-80" collapsed="1" parent="1" style="shape=table;startSize=30;container=1;collapsible=1;childLayout=tableLayout;fixedRows=1;rowLines=0;fontStyle=1;align=center;resizeLast=1;html=1;" value="stats" vertex="1">
          <mxGeometry height="30" width="100" x="30" y="250" as="geometry">
            <mxRectangle height="150" width="180" x="190" y="260" as="alternateBounds" />
          </mxGeometry>
        </mxCell>
        <mxCell id="D_ME3l-LCZVwlyARO-Uj-81" parent="D_ME3l-LCZVwlyARO-Uj-80" style="shape=tableRow;horizontal=0;startSize=0;swimlaneHead=0;swimlaneBody=0;fillColor=none;collapsible=0;dropTarget=0;points=[[0,0.5],[1,0.5]];portConstraint=eastwest;top=0;left=0;right=0;bottom=1;" value="" vertex="1">
          <mxGeometry height="30" width="180" y="30" as="geometry" />
        </mxCell>
        <mxCell id="D_ME3l-LCZVwlyARO-Uj-82" parent="D_ME3l-LCZVwlyARO-Uj-81" style="shape=partialRectangle;connectable=0;fillColor=none;top=0;left=0;bottom=0;right=0;fontStyle=1;overflow=hidden;whiteSpace=wrap;html=1;" value="PK" vertex="1">
          <mxGeometry height="30" width="30" as="geometry">
            <mxRectangle height="30" width="30" as="alternateBounds" />
          </mxGeometry>
        </mxCell>
        <mxCell id="D_ME3l-LCZVwlyARO-Uj-83" parent="D_ME3l-LCZVwlyARO-Uj-81" style="shape=partialRectangle;connectable=0;fillColor=none;top=0;left=0;bottom=0;right=0;align=left;spacingLeft=6;fontStyle=5;overflow=hidden;whiteSpace=wrap;html=1;" value="UniqueID" vertex="1">
          <mxGeometry height="30" width="150" x="30" as="geometry">
            <mxRectangle height="30" width="150" as="alternateBounds" />
          </mxGeometry>
        </mxCell>
        <mxCell id="D_ME3l-LCZVwlyARO-Uj-84" parent="D_ME3l-LCZVwlyARO-Uj-80" style="shape=tableRow;horizontal=0;startSize=0;swimlaneHead=0;swimlaneBody=0;fillColor=none;collapsible=0;dropTarget=0;points=[[0,0.5],[1,0.5]];portConstraint=eastwest;top=0;left=0;right=0;bottom=0;" value="" vertex="1">
          <mxGeometry height="30" width="180" y="60" as="geometry" />
        </mxCell>
        <mxCell id="D_ME3l-LCZVwlyARO-Uj-85" parent="D_ME3l-LCZVwlyARO-Uj-84" style="shape=partialRectangle;connectable=0;fillColor=none;top=0;left=0;bottom=0;right=0;editable=1;overflow=hidden;whiteSpace=wrap;html=1;" value="" vertex="1">
          <mxGeometry height="30" width="30" as="geometry">
            <mxRectangle height="30" width="30" as="alternateBounds" />
          </mxGeometry>
        </mxCell>
        <mxCell id="D_ME3l-LCZVwlyARO-Uj-86" parent="D_ME3l-LCZVwlyARO-Uj-84" style="shape=partialRectangle;connectable=0;fillColor=none;top=0;left=0;bottom=0;right=0;align=left;spacingLeft=6;overflow=hidden;whiteSpace=wrap;html=1;" value="Row 1" vertex="1">
          <mxGeometry height="30" width="150" x="30" as="geometry">
            <mxRectangle height="30" width="150" as="alternateBounds" />
          </mxGeometry>
        </mxCell>
        <mxCell id="D_ME3l-LCZVwlyARO-Uj-87" parent="D_ME3l-LCZVwlyARO-Uj-80" style="shape=tableRow;horizontal=0;startSize=0;swimlaneHead=0;swimlaneBody=0;fillColor=none;collapsible=0;dropTarget=0;points=[[0,0.5],[1,0.5]];portConstraint=eastwest;top=0;left=0;right=0;bottom=0;" value="" vertex="1">
          <mxGeometry height="30" width="180" y="90" as="geometry" />
        </mxCell>
        <mxCell id="D_ME3l-LCZVwlyARO-Uj-88" parent="D_ME3l-LCZVwlyARO-Uj-87" style="shape=partialRectangle;connectable=0;fillColor=none;top=0;left=0;bottom=0;right=0;editable=1;overflow=hidden;whiteSpace=wrap;html=1;" value="" vertex="1">
          <mxGeometry height="30" width="30" as="geometry">
            <mxRectangle height="30" width="30" as="alternateBounds" />
          </mxGeometry>
        </mxCell>
        <mxCell id="D_ME3l-LCZVwlyARO-Uj-89" parent="D_ME3l-LCZVwlyARO-Uj-87" style="shape=partialRectangle;connectable=0;fillColor=none;top=0;left=0;bottom=0;right=0;align=left;spacingLeft=6;overflow=hidden;whiteSpace=wrap;html=1;" value="Row 2" vertex="1">
          <mxGeometry height="30" width="150" x="30" as="geometry">
            <mxRectangle height="30" width="150" as="alternateBounds" />
          </mxGeometry>
        </mxCell>
        <mxCell id="D_ME3l-LCZVwlyARO-Uj-90" parent="D_ME3l-LCZVwlyARO-Uj-80" style="shape=tableRow;horizontal=0;startSize=0;swimlaneHead=0;swimlaneBody=0;fillColor=none;collapsible=0;dropTarget=0;points=[[0,0.5],[1,0.5]];portConstraint=eastwest;top=0;left=0;right=0;bottom=0;" value="" vertex="1">
          <mxGeometry height="30" width="180" y="120" as="geometry" />
        </mxCell>
        <mxCell id="D_ME3l-LCZVwlyARO-Uj-91" parent="D_ME3l-LCZVwlyARO-Uj-90" style="shape=partialRectangle;connectable=0;fillColor=none;top=0;left=0;bottom=0;right=0;editable=1;overflow=hidden;whiteSpace=wrap;html=1;" value="" vertex="1">
          <mxGeometry height="30" width="30" as="geometry">
            <mxRectangle height="30" width="30" as="alternateBounds" />
          </mxGeometry>
        </mxCell>
        <mxCell id="D_ME3l-LCZVwlyARO-Uj-92" parent="D_ME3l-LCZVwlyARO-Uj-90" style="shape=partialRectangle;connectable=0;fillColor=none;top=0;left=0;bottom=0;right=0;align=left;spacingLeft=6;overflow=hidden;whiteSpace=wrap;html=1;" value="Row 3" vertex="1">
          <mxGeometry height="30" width="150" x="30" as="geometry">
            <mxRectangle height="30" width="150" as="alternateBounds" />
          </mxGeometry>
        </mxCell>
        <mxCell id="D_ME3l-LCZVwlyARO-Uj-94" edge="1" parent="1" source="D_ME3l-LCZVwlyARO-Uj-40" style="edgeStyle=entityRelationEdgeStyle;fontSize=12;html=1;endArrow=ERzeroToMany;startArrow=ERmandOne;rounded=0;exitX=1;exitY=0.5;exitDx=0;exitDy=0;entryX=0;entryY=0.5;entryDx=0;entryDy=0;" target="D_ME3l-LCZVwlyARO-Uj-14" value="">
          <mxGeometry height="100" relative="1" width="100" as="geometry">
            <mxPoint x="300" y="440" as="sourcePoint" />
            <mxPoint x="400" y="340" as="targetPoint" />
          </mxGeometry>
        </mxCell>
        <mxCell id="D_ME3l-LCZVwlyARO-Uj-96" edge="1" parent="1" source="D_ME3l-LCZVwlyARO-Uj-40" style="fontSize=12;html=1;endArrow=ERzeroToMany;startArrow=ERmandOne;rounded=0;exitX=0.5;exitY=1;exitDx=0;exitDy=0;entryX=0.539;entryY=-0.037;entryDx=0;entryDy=0;entryPerimeter=0;" target="D_ME3l-LCZVwlyARO-Uj-53" value="">
          <mxGeometry height="100" relative="1" width="100" as="geometry">
            <mxPoint x="190" y="440" as="sourcePoint" />
            <mxPoint x="290" y="340" as="targetPoint" />
          </mxGeometry>
        </mxCell>
        <mxCell id="D_ME3l-LCZVwlyARO-Uj-97" edge="1" parent="1" source="D_ME3l-LCZVwlyARO-Uj-1" style="fontSize=12;html=1;endArrow=ERzeroToMany;startArrow=ERmandOne;rounded=0;exitX=0;exitY=0.5;exitDx=0;exitDy=0;entryX=1;entryY=0.5;entryDx=0;entryDy=0;" target="D_ME3l-LCZVwlyARO-Uj-80" value="">
          <mxGeometry height="100" relative="1" width="100" as="geometry">
            <mxPoint x="190" y="440" as="sourcePoint" />
            <mxPoint x="290" y="340" as="targetPoint" />
          </mxGeometry>
        </mxCell>
        <mxCell id="D_ME3l-LCZVwlyARO-Uj-99" edge="1" parent="1" source="D_ME3l-LCZVwlyARO-Uj-1" style="fontSize=12;html=1;endArrow=ERzeroToMany;startArrow=ERmandOne;rounded=0;exitX=0.5;exitY=1;exitDx=0;exitDy=0;entryX=0.555;entryY=-0.1;entryDx=0;entryDy=0;entryPerimeter=0;" target="D_ME3l-LCZVwlyARO-Uj-40" value="">
          <mxGeometry height="100" relative="1" width="100" as="geometry">
            <mxPoint x="190" y="440" as="sourcePoint" />
            <mxPoint x="290" y="340" as="targetPoint" />
          </mxGeometry>
        </mxCell>
        <mxCell id="D_ME3l-LCZVwlyARO-Uj-100" edge="1" parent="1" source="D_ME3l-LCZVwlyARO-Uj-53" style="fontSize=12;html=1;endArrow=ERoneToMany;startArrow=ERmandOne;rounded=0;exitX=0.5;exitY=1;exitDx=0;exitDy=0;entryX=0.5;entryY=0;entryDx=0;entryDy=0;" target="D_ME3l-LCZVwlyARO-Uj-66" value="">
          <mxGeometry height="100" relative="1" width="100" as="geometry">
            <mxPoint x="190" y="440" as="sourcePoint" />
            <mxPoint x="290" y="340" as="targetPoint" />
          </mxGeometry>
        </mxCell>
        <mxCell id="D_ME3l-LCZVwlyARO-Uj-101" collapsed="1" parent="1" style="shape=table;startSize=30;container=1;collapsible=1;childLayout=tableLayout;fixedRows=1;rowLines=0;fontStyle=1;align=center;resizeLast=1;html=1;" value="documents_chunks" vertex="1">
          <mxGeometry height="30" width="140" x="380" y="410" as="geometry">
            <mxRectangle height="150" width="180" x="190" y="260" as="alternateBounds" />
          </mxGeometry>
        </mxCell>
        <mxCell id="D_ME3l-LCZVwlyARO-Uj-102" parent="D_ME3l-LCZVwlyARO-Uj-101" style="shape=tableRow;horizontal=0;startSize=0;swimlaneHead=0;swimlaneBody=0;fillColor=none;collapsible=0;dropTarget=0;points=[[0,0.5],[1,0.5]];portConstraint=eastwest;top=0;left=0;right=0;bottom=1;" value="" vertex="1">
          <mxGeometry height="30" width="180" y="30" as="geometry" />
        </mxCell>
        <mxCell id="D_ME3l-LCZVwlyARO-Uj-103" parent="D_ME3l-LCZVwlyARO-Uj-102" style="shape=partialRectangle;connectable=0;fillColor=none;top=0;left=0;bottom=0;right=0;fontStyle=1;overflow=hidden;whiteSpace=wrap;html=1;" value="PK" vertex="1">
          <mxGeometry height="30" width="30" as="geometry">
            <mxRectangle height="30" width="30" as="alternateBounds" />
          </mxGeometry>
        </mxCell>
        <mxCell id="D_ME3l-LCZVwlyARO-Uj-104" parent="D_ME3l-LCZVwlyARO-Uj-102" style="shape=partialRectangle;connectable=0;fillColor=none;top=0;left=0;bottom=0;right=0;align=left;spacingLeft=6;fontStyle=5;overflow=hidden;whiteSpace=wrap;html=1;" value="UniqueID" vertex="1">
          <mxGeometry height="30" width="150" x="30" as="geometry">
            <mxRectangle height="30" width="150" as="alternateBounds" />
          </mxGeometry>
        </mxCell>
        <mxCell id="D_ME3l-LCZVwlyARO-Uj-105" parent="D_ME3l-LCZVwlyARO-Uj-101" style="shape=tableRow;horizontal=0;startSize=0;swimlaneHead=0;swimlaneBody=0;fillColor=none;collapsible=0;dropTarget=0;points=[[0,0.5],[1,0.5]];portConstraint=eastwest;top=0;left=0;right=0;bottom=0;" value="" vertex="1">
          <mxGeometry height="30" width="180" y="60" as="geometry" />
        </mxCell>
        <mxCell id="D_ME3l-LCZVwlyARO-Uj-106" parent="D_ME3l-LCZVwlyARO-Uj-105" style="shape=partialRectangle;connectable=0;fillColor=none;top=0;left=0;bottom=0;right=0;editable=1;overflow=hidden;whiteSpace=wrap;html=1;" value="" vertex="1">
          <mxGeometry height="30" width="30" as="geometry">
            <mxRectangle height="30" width="30" as="alternateBounds" />
          </mxGeometry>
        </mxCell>
        <mxCell id="D_ME3l-LCZVwlyARO-Uj-107" parent="D_ME3l-LCZVwlyARO-Uj-105" style="shape=partialRectangle;connectable=0;fillColor=none;top=0;left=0;bottom=0;right=0;align=left;spacingLeft=6;overflow=hidden;whiteSpace=wrap;html=1;" value="Row 1" vertex="1">
          <mxGeometry height="30" width="150" x="30" as="geometry">
            <mxRectangle height="30" width="150" as="alternateBounds" />
          </mxGeometry>
        </mxCell>
        <mxCell id="D_ME3l-LCZVwlyARO-Uj-108" parent="D_ME3l-LCZVwlyARO-Uj-101" style="shape=tableRow;horizontal=0;startSize=0;swimlaneHead=0;swimlaneBody=0;fillColor=none;collapsible=0;dropTarget=0;points=[[0,0.5],[1,0.5]];portConstraint=eastwest;top=0;left=0;right=0;bottom=0;" value="" vertex="1">
          <mxGeometry height="30" width="180" y="90" as="geometry" />
        </mxCell>
        <mxCell id="D_ME3l-LCZVwlyARO-Uj-109" parent="D_ME3l-LCZVwlyARO-Uj-108" style="shape=partialRectangle;connectable=0;fillColor=none;top=0;left=0;bottom=0;right=0;editable=1;overflow=hidden;whiteSpace=wrap;html=1;" value="" vertex="1">
          <mxGeometry height="30" width="30" as="geometry">
            <mxRectangle height="30" width="30" as="alternateBounds" />
          </mxGeometry>
        </mxCell>
        <mxCell id="D_ME3l-LCZVwlyARO-Uj-110" parent="D_ME3l-LCZVwlyARO-Uj-108" style="shape=partialRectangle;connectable=0;fillColor=none;top=0;left=0;bottom=0;right=0;align=left;spacingLeft=6;overflow=hidden;whiteSpace=wrap;html=1;" value="Row 2" vertex="1">
          <mxGeometry height="30" width="150" x="30" as="geometry">
            <mxRectangle height="30" width="150" as="alternateBounds" />
          </mxGeometry>
        </mxCell>
        <mxCell id="D_ME3l-LCZVwlyARO-Uj-111" parent="D_ME3l-LCZVwlyARO-Uj-101" style="shape=tableRow;horizontal=0;startSize=0;swimlaneHead=0;swimlaneBody=0;fillColor=none;collapsible=0;dropTarget=0;points=[[0,0.5],[1,0.5]];portConstraint=eastwest;top=0;left=0;right=0;bottom=0;" value="" vertex="1">
          <mxGeometry height="30" width="180" y="120" as="geometry" />
        </mxCell>
        <mxCell id="D_ME3l-LCZVwlyARO-Uj-112" parent="D_ME3l-LCZVwlyARO-Uj-111" style="shape=partialRectangle;connectable=0;fillColor=none;top=0;left=0;bottom=0;right=0;editable=1;overflow=hidden;whiteSpace=wrap;html=1;" value="" vertex="1">
          <mxGeometry height="30" width="30" as="geometry">
            <mxRectangle height="30" width="30" as="alternateBounds" />
          </mxGeometry>
        </mxCell>
        <mxCell id="D_ME3l-LCZVwlyARO-Uj-113" parent="D_ME3l-LCZVwlyARO-Uj-111" style="shape=partialRectangle;connectable=0;fillColor=none;top=0;left=0;bottom=0;right=0;align=left;spacingLeft=6;overflow=hidden;whiteSpace=wrap;html=1;" value="Row 3" vertex="1">
          <mxGeometry height="30" width="150" x="30" as="geometry">
            <mxRectangle height="30" width="150" as="alternateBounds" />
          </mxGeometry>
        </mxCell>
        <mxCell id="D_ME3l-LCZVwlyARO-Uj-115" edge="1" parent="1" source="D_ME3l-LCZVwlyARO-Uj-14" style="fontSize=12;html=1;endArrow=ERoneToMany;startArrow=ERmandOne;rounded=0;exitX=0.5;exitY=1;exitDx=0;exitDy=0;entryX=0.5;entryY=0;entryDx=0;entryDy=0;" target="D_ME3l-LCZVwlyARO-Uj-101" value="">
          <mxGeometry height="100" relative="1" width="100" as="geometry">
            <mxPoint x="350" y="420" as="sourcePoint" />
            <mxPoint x="460" y="420" as="targetPoint" />
          </mxGeometry>
        </mxCell>
        <mxCell id="D_ME3l-LCZVwlyARO-Uj-130" collapsed="1" parent="1" style="shape=table;startSize=30;container=1;collapsible=1;childLayout=tableLayout;fixedRows=1;rowLines=0;fontStyle=1;align=center;resizeLast=1;html=1;" value="flashcards" vertex="1">
          <mxGeometry height="30" width="100" y="310" as="geometry">
            <mxRectangle height="150" width="180" x="190" y="260" as="alternateBounds" />
          </mxGeometry>
        </mxCell>
        <mxCell id="D_ME3l-LCZVwlyARO-Uj-131" parent="D_ME3l-LCZVwlyARO-Uj-130" style="shape=tableRow;horizontal=0;startSize=0;swimlaneHead=0;swimlaneBody=0;fillColor=none;collapsible=0;dropTarget=0;points=[[0,0.5],[1,0.5]];portConstraint=eastwest;top=0;left=0;right=0;bottom=1;" value="" vertex="1">
          <mxGeometry height="30" width="180" y="30" as="geometry" />
        </mxCell>
        <mxCell id="D_ME3l-LCZVwlyARO-Uj-132" parent="D_ME3l-LCZVwlyARO-Uj-131" style="shape=partialRectangle;connectable=0;fillColor=none;top=0;left=0;bottom=0;right=0;fontStyle=1;overflow=hidden;whiteSpace=wrap;html=1;" value="PK" vertex="1">
          <mxGeometry height="30" width="30" as="geometry">
            <mxRectangle height="30" width="30" as="alternateBounds" />
          </mxGeometry>
        </mxCell>
        <mxCell id="D_ME3l-LCZVwlyARO-Uj-133" parent="D_ME3l-LCZVwlyARO-Uj-131" style="shape=partialRectangle;connectable=0;fillColor=none;top=0;left=0;bottom=0;right=0;align=left;spacingLeft=6;fontStyle=5;overflow=hidden;whiteSpace=wrap;html=1;" value="UniqueID" vertex="1">
          <mxGeometry height="30" width="150" x="30" as="geometry">
            <mxRectangle height="30" width="150" as="alternateBounds" />
          </mxGeometry>
        </mxCell>
        <mxCell id="D_ME3l-LCZVwlyARO-Uj-134" parent="D_ME3l-LCZVwlyARO-Uj-130" style="shape=tableRow;horizontal=0;startSize=0;swimlaneHead=0;swimlaneBody=0;fillColor=none;collapsible=0;dropTarget=0;points=[[0,0.5],[1,0.5]];portConstraint=eastwest;top=0;left=0;right=0;bottom=0;" value="" vertex="1">
          <mxGeometry height="30" width="180" y="60" as="geometry" />
        </mxCell>
        <mxCell id="D_ME3l-LCZVwlyARO-Uj-135" parent="D_ME3l-LCZVwlyARO-Uj-134" style="shape=partialRectangle;connectable=0;fillColor=none;top=0;left=0;bottom=0;right=0;editable=1;overflow=hidden;whiteSpace=wrap;html=1;" value="" vertex="1">
          <mxGeometry height="30" width="30" as="geometry">
            <mxRectangle height="30" width="30" as="alternateBounds" />
          </mxGeometry>
        </mxCell>
        <mxCell id="D_ME3l-LCZVwlyARO-Uj-136" parent="D_ME3l-LCZVwlyARO-Uj-134" style="shape=partialRectangle;connectable=0;fillColor=none;top=0;left=0;bottom=0;right=0;align=left;spacingLeft=6;overflow=hidden;whiteSpace=wrap;html=1;" value="Row 1" vertex="1">
          <mxGeometry height="30" width="150" x="30" as="geometry">
            <mxRectangle height="30" width="150" as="alternateBounds" />
          </mxGeometry>
        </mxCell>
        <mxCell id="D_ME3l-LCZVwlyARO-Uj-137" parent="D_ME3l-LCZVwlyARO-Uj-130" style="shape=tableRow;horizontal=0;startSize=0;swimlaneHead=0;swimlaneBody=0;fillColor=none;collapsible=0;dropTarget=0;points=[[0,0.5],[1,0.5]];portConstraint=eastwest;top=0;left=0;right=0;bottom=0;" value="" vertex="1">
          <mxGeometry height="30" width="180" y="90" as="geometry" />
        </mxCell>
        <mxCell id="D_ME3l-LCZVwlyARO-Uj-138" parent="D_ME3l-LCZVwlyARO-Uj-137" style="shape=partialRectangle;connectable=0;fillColor=none;top=0;left=0;bottom=0;right=0;editable=1;overflow=hidden;whiteSpace=wrap;html=1;" value="" vertex="1">
          <mxGeometry height="30" width="30" as="geometry">
            <mxRectangle height="30" width="30" as="alternateBounds" />
          </mxGeometry>
        </mxCell>
        <mxCell id="D_ME3l-LCZVwlyARO-Uj-139" parent="D_ME3l-LCZVwlyARO-Uj-137" style="shape=partialRectangle;connectable=0;fillColor=none;top=0;left=0;bottom=0;right=0;align=left;spacingLeft=6;overflow=hidden;whiteSpace=wrap;html=1;" value="Row 2" vertex="1">
          <mxGeometry height="30" width="150" x="30" as="geometry">
            <mxRectangle height="30" width="150" as="alternateBounds" />
          </mxGeometry>
        </mxCell>
        <mxCell id="D_ME3l-LCZVwlyARO-Uj-140" parent="D_ME3l-LCZVwlyARO-Uj-130" style="shape=tableRow;horizontal=0;startSize=0;swimlaneHead=0;swimlaneBody=0;fillColor=none;collapsible=0;dropTarget=0;points=[[0,0.5],[1,0.5]];portConstraint=eastwest;top=0;left=0;right=0;bottom=0;" value="" vertex="1">
          <mxGeometry height="30" width="180" y="120" as="geometry" />
        </mxCell>
        <mxCell id="D_ME3l-LCZVwlyARO-Uj-141" parent="D_ME3l-LCZVwlyARO-Uj-140" style="shape=partialRectangle;connectable=0;fillColor=none;top=0;left=0;bottom=0;right=0;editable=1;overflow=hidden;whiteSpace=wrap;html=1;" value="" vertex="1">
          <mxGeometry height="30" width="30" as="geometry">
            <mxRectangle height="30" width="30" as="alternateBounds" />
          </mxGeometry>
        </mxCell>
        <mxCell id="D_ME3l-LCZVwlyARO-Uj-142" parent="D_ME3l-LCZVwlyARO-Uj-140" style="shape=partialRectangle;connectable=0;fillColor=none;top=0;left=0;bottom=0;right=0;align=left;spacingLeft=6;overflow=hidden;whiteSpace=wrap;html=1;" value="Row 3" vertex="1">
          <mxGeometry height="30" width="150" x="30" as="geometry">
            <mxRectangle height="30" width="150" as="alternateBounds" />
          </mxGeometry>
        </mxCell>
        <mxCell id="D_ME3l-LCZVwlyARO-Uj-143" edge="1" parent="1" source="D_ME3l-LCZVwlyARO-Uj-40" style="fontSize=12;html=1;endArrow=ERzeroToMany;startArrow=ERmandOne;rounded=0;exitX=0;exitY=0.5;exitDx=0;exitDy=0;entryX=1;entryY=0.5;entryDx=0;entryDy=0;" target="D_ME3l-LCZVwlyARO-Uj-130" value="">
          <mxGeometry height="100" relative="1" width="100" as="geometry">
            <mxPoint x="100" y="420" as="sourcePoint" />
            <mxPoint x="200" y="320" as="targetPoint" />
          </mxGeometry>
        </mxCell>
        <mxCell id="D_ME3l-LCZVwlyARO-Uj-144" collapsed="1" parent="1" style="shape=table;startSize=30;container=1;collapsible=1;childLayout=tableLayout;fixedRows=1;rowLines=0;fontStyle=1;align=center;resizeLast=1;html=1;" value="examens" vertex="1">
          <mxGeometry height="30" width="100" y="360" as="geometry">
            <mxRectangle height="150" width="180" x="190" y="260" as="alternateBounds" />
          </mxGeometry>
        </mxCell>
        <mxCell id="D_ME3l-LCZVwlyARO-Uj-145" parent="D_ME3l-LCZVwlyARO-Uj-144" style="shape=tableRow;horizontal=0;startSize=0;swimlaneHead=0;swimlaneBody=0;fillColor=none;collapsible=0;dropTarget=0;points=[[0,0.5],[1,0.5]];portConstraint=eastwest;top=0;left=0;right=0;bottom=1;" value="" vertex="1">
          <mxGeometry height="30" width="180" y="30" as="geometry" />
        </mxCell>
        <mxCell id="D_ME3l-LCZVwlyARO-Uj-146" parent="D_ME3l-LCZVwlyARO-Uj-145" style="shape=partialRectangle;connectable=0;fillColor=none;top=0;left=0;bottom=0;right=0;fontStyle=1;overflow=hidden;whiteSpace=wrap;html=1;" value="PK" vertex="1">
          <mxGeometry height="30" width="30" as="geometry">
            <mxRectangle height="30" width="30" as="alternateBounds" />
          </mxGeometry>
        </mxCell>
        <mxCell id="D_ME3l-LCZVwlyARO-Uj-147" parent="D_ME3l-LCZVwlyARO-Uj-145" style="shape=partialRectangle;connectable=0;fillColor=none;top=0;left=0;bottom=0;right=0;align=left;spacingLeft=6;fontStyle=5;overflow=hidden;whiteSpace=wrap;html=1;" value="UniqueID" vertex="1">
          <mxGeometry height="30" width="150" x="30" as="geometry">
            <mxRectangle height="30" width="150" as="alternateBounds" />
          </mxGeometry>
        </mxCell>
        <mxCell id="D_ME3l-LCZVwlyARO-Uj-148" parent="D_ME3l-LCZVwlyARO-Uj-144" style="shape=tableRow;horizontal=0;startSize=0;swimlaneHead=0;swimlaneBody=0;fillColor=none;collapsible=0;dropTarget=0;points=[[0,0.5],[1,0.5]];portConstraint=eastwest;top=0;left=0;right=0;bottom=0;" value="" vertex="1">
          <mxGeometry height="30" width="180" y="60" as="geometry" />
        </mxCell>
        <mxCell id="D_ME3l-LCZVwlyARO-Uj-149" parent="D_ME3l-LCZVwlyARO-Uj-148" style="shape=partialRectangle;connectable=0;fillColor=none;top=0;left=0;bottom=0;right=0;editable=1;overflow=hidden;whiteSpace=wrap;html=1;" value="" vertex="1">
          <mxGeometry height="30" width="30" as="geometry">
            <mxRectangle height="30" width="30" as="alternateBounds" />
          </mxGeometry>
        </mxCell>
        <mxCell id="D_ME3l-LCZVwlyARO-Uj-150" parent="D_ME3l-LCZVwlyARO-Uj-148" style="shape=partialRectangle;connectable=0;fillColor=none;top=0;left=0;bottom=0;right=0;align=left;spacingLeft=6;overflow=hidden;whiteSpace=wrap;html=1;" value="Row 1" vertex="1">
          <mxGeometry height="30" width="150" x="30" as="geometry">
            <mxRectangle height="30" width="150" as="alternateBounds" />
          </mxGeometry>
        </mxCell>
        <mxCell id="D_ME3l-LCZVwlyARO-Uj-151" parent="D_ME3l-LCZVwlyARO-Uj-144" style="shape=tableRow;horizontal=0;startSize=0;swimlaneHead=0;swimlaneBody=0;fillColor=none;collapsible=0;dropTarget=0;points=[[0,0.5],[1,0.5]];portConstraint=eastwest;top=0;left=0;right=0;bottom=0;" value="" vertex="1">
          <mxGeometry height="30" width="180" y="90" as="geometry" />
        </mxCell>
        <mxCell id="D_ME3l-LCZVwlyARO-Uj-152" parent="D_ME3l-LCZVwlyARO-Uj-151" style="shape=partialRectangle;connectable=0;fillColor=none;top=0;left=0;bottom=0;right=0;editable=1;overflow=hidden;whiteSpace=wrap;html=1;" value="" vertex="1">
          <mxGeometry height="30" width="30" as="geometry">
            <mxRectangle height="30" width="30" as="alternateBounds" />
          </mxGeometry>
        </mxCell>
        <mxCell id="D_ME3l-LCZVwlyARO-Uj-153" parent="D_ME3l-LCZVwlyARO-Uj-151" style="shape=partialRectangle;connectable=0;fillColor=none;top=0;left=0;bottom=0;right=0;align=left;spacingLeft=6;overflow=hidden;whiteSpace=wrap;html=1;" value="Row 2" vertex="1">
          <mxGeometry height="30" width="150" x="30" as="geometry">
            <mxRectangle height="30" width="150" as="alternateBounds" />
          </mxGeometry>
        </mxCell>
        <mxCell id="D_ME3l-LCZVwlyARO-Uj-154" parent="D_ME3l-LCZVwlyARO-Uj-144" style="shape=tableRow;horizontal=0;startSize=0;swimlaneHead=0;swimlaneBody=0;fillColor=none;collapsible=0;dropTarget=0;points=[[0,0.5],[1,0.5]];portConstraint=eastwest;top=0;left=0;right=0;bottom=0;" value="" vertex="1">
          <mxGeometry height="30" width="180" y="120" as="geometry" />
        </mxCell>
        <mxCell id="D_ME3l-LCZVwlyARO-Uj-155" parent="D_ME3l-LCZVwlyARO-Uj-154" style="shape=partialRectangle;connectable=0;fillColor=none;top=0;left=0;bottom=0;right=0;editable=1;overflow=hidden;whiteSpace=wrap;html=1;" value="" vertex="1">
          <mxGeometry height="30" width="30" as="geometry">
            <mxRectangle height="30" width="30" as="alternateBounds" />
          </mxGeometry>
        </mxCell>
        <mxCell id="D_ME3l-LCZVwlyARO-Uj-156" parent="D_ME3l-LCZVwlyARO-Uj-154" style="shape=partialRectangle;connectable=0;fillColor=none;top=0;left=0;bottom=0;right=0;align=left;spacingLeft=6;overflow=hidden;whiteSpace=wrap;html=1;" value="Row 3" vertex="1">
          <mxGeometry height="30" width="150" x="30" as="geometry">
            <mxRectangle height="30" width="150" as="alternateBounds" />
          </mxGeometry>
        </mxCell>
        <mxCell id="D_ME3l-LCZVwlyARO-Uj-157" edge="1" parent="1" source="D_ME3l-LCZVwlyARO-Uj-40" style="fontSize=12;html=1;endArrow=ERzeroToMany;startArrow=ERmandOne;rounded=0;exitX=0;exitY=0.75;exitDx=0;exitDy=0;entryX=1;entryY=0.5;entryDx=0;entryDy=0;" target="D_ME3l-LCZVwlyARO-Uj-144" value="">
          <mxGeometry height="100" relative="1" width="100" as="geometry">
            <mxPoint x="190" y="368" as="sourcePoint" />
            <mxPoint x="130" y="340" as="targetPoint" />
          </mxGeometry>
        </mxCell>
        <mxCell id="D_ME3l-LCZVwlyARO-Uj-158" collapsed="1" parent="1" style="shape=table;startSize=30;container=1;collapsible=1;childLayout=tableLayout;fixedRows=1;rowLines=0;fontStyle=1;align=center;resizeLast=1;html=1;" value="open_questions_examens" vertex="1">
          <mxGeometry height="30" width="160" x="-205" y="360" as="geometry">
            <mxRectangle height="150" width="180" x="190" y="260" as="alternateBounds" />
          </mxGeometry>
        </mxCell>
        <mxCell id="D_ME3l-LCZVwlyARO-Uj-159" parent="D_ME3l-LCZVwlyARO-Uj-158" style="shape=tableRow;horizontal=0;startSize=0;swimlaneHead=0;swimlaneBody=0;fillColor=none;collapsible=0;dropTarget=0;points=[[0,0.5],[1,0.5]];portConstraint=eastwest;top=0;left=0;right=0;bottom=1;" value="" vertex="1">
          <mxGeometry height="30" width="180" y="30" as="geometry" />
        </mxCell>
        <mxCell id="D_ME3l-LCZVwlyARO-Uj-160" parent="D_ME3l-LCZVwlyARO-Uj-159" style="shape=partialRectangle;connectable=0;fillColor=none;top=0;left=0;bottom=0;right=0;fontStyle=1;overflow=hidden;whiteSpace=wrap;html=1;" value="PK" vertex="1">
          <mxGeometry height="30" width="30" as="geometry">
            <mxRectangle height="30" width="30" as="alternateBounds" />
          </mxGeometry>
        </mxCell>
        <mxCell id="D_ME3l-LCZVwlyARO-Uj-161" parent="D_ME3l-LCZVwlyARO-Uj-159" style="shape=partialRectangle;connectable=0;fillColor=none;top=0;left=0;bottom=0;right=0;align=left;spacingLeft=6;fontStyle=5;overflow=hidden;whiteSpace=wrap;html=1;" value="UniqueID" vertex="1">
          <mxGeometry height="30" width="150" x="30" as="geometry">
            <mxRectangle height="30" width="150" as="alternateBounds" />
          </mxGeometry>
        </mxCell>
        <mxCell id="D_ME3l-LCZVwlyARO-Uj-162" parent="D_ME3l-LCZVwlyARO-Uj-158" style="shape=tableRow;horizontal=0;startSize=0;swimlaneHead=0;swimlaneBody=0;fillColor=none;collapsible=0;dropTarget=0;points=[[0,0.5],[1,0.5]];portConstraint=eastwest;top=0;left=0;right=0;bottom=0;" value="" vertex="1">
          <mxGeometry height="30" width="180" y="60" as="geometry" />
        </mxCell>
        <mxCell id="D_ME3l-LCZVwlyARO-Uj-163" parent="D_ME3l-LCZVwlyARO-Uj-162" style="shape=partialRectangle;connectable=0;fillColor=none;top=0;left=0;bottom=0;right=0;editable=1;overflow=hidden;whiteSpace=wrap;html=1;" value="" vertex="1">
          <mxGeometry height="30" width="30" as="geometry">
            <mxRectangle height="30" width="30" as="alternateBounds" />
          </mxGeometry>
        </mxCell>
        <mxCell id="D_ME3l-LCZVwlyARO-Uj-164" parent="D_ME3l-LCZVwlyARO-Uj-162" style="shape=partialRectangle;connectable=0;fillColor=none;top=0;left=0;bottom=0;right=0;align=left;spacingLeft=6;overflow=hidden;whiteSpace=wrap;html=1;" value="Row 1" vertex="1">
          <mxGeometry height="30" width="150" x="30" as="geometry">
            <mxRectangle height="30" width="150" as="alternateBounds" />
          </mxGeometry>
        </mxCell>
        <mxCell id="D_ME3l-LCZVwlyARO-Uj-165" parent="D_ME3l-LCZVwlyARO-Uj-158" style="shape=tableRow;horizontal=0;startSize=0;swimlaneHead=0;swimlaneBody=0;fillColor=none;collapsible=0;dropTarget=0;points=[[0,0.5],[1,0.5]];portConstraint=eastwest;top=0;left=0;right=0;bottom=0;" value="" vertex="1">
          <mxGeometry height="30" width="180" y="90" as="geometry" />
        </mxCell>
        <mxCell id="D_ME3l-LCZVwlyARO-Uj-166" parent="D_ME3l-LCZVwlyARO-Uj-165" style="shape=partialRectangle;connectable=0;fillColor=none;top=0;left=0;bottom=0;right=0;editable=1;overflow=hidden;whiteSpace=wrap;html=1;" value="" vertex="1">
          <mxGeometry height="30" width="30" as="geometry">
            <mxRectangle height="30" width="30" as="alternateBounds" />
          </mxGeometry>
        </mxCell>
        <mxCell id="D_ME3l-LCZVwlyARO-Uj-167" parent="D_ME3l-LCZVwlyARO-Uj-165" style="shape=partialRectangle;connectable=0;fillColor=none;top=0;left=0;bottom=0;right=0;align=left;spacingLeft=6;overflow=hidden;whiteSpace=wrap;html=1;" value="Row 2" vertex="1">
          <mxGeometry height="30" width="150" x="30" as="geometry">
            <mxRectangle height="30" width="150" as="alternateBounds" />
          </mxGeometry>
        </mxCell>
        <mxCell id="D_ME3l-LCZVwlyARO-Uj-168" parent="D_ME3l-LCZVwlyARO-Uj-158" style="shape=tableRow;horizontal=0;startSize=0;swimlaneHead=0;swimlaneBody=0;fillColor=none;collapsible=0;dropTarget=0;points=[[0,0.5],[1,0.5]];portConstraint=eastwest;top=0;left=0;right=0;bottom=0;" value="" vertex="1">
          <mxGeometry height="30" width="180" y="120" as="geometry" />
        </mxCell>
        <mxCell id="D_ME3l-LCZVwlyARO-Uj-169" parent="D_ME3l-LCZVwlyARO-Uj-168" style="shape=partialRectangle;connectable=0;fillColor=none;top=0;left=0;bottom=0;right=0;editable=1;overflow=hidden;whiteSpace=wrap;html=1;" value="" vertex="1">
          <mxGeometry height="30" width="30" as="geometry">
            <mxRectangle height="30" width="30" as="alternateBounds" />
          </mxGeometry>
        </mxCell>
        <mxCell id="D_ME3l-LCZVwlyARO-Uj-170" parent="D_ME3l-LCZVwlyARO-Uj-168" style="shape=partialRectangle;connectable=0;fillColor=none;top=0;left=0;bottom=0;right=0;align=left;spacingLeft=6;overflow=hidden;whiteSpace=wrap;html=1;" value="Row 3" vertex="1">
          <mxGeometry height="30" width="150" x="30" as="geometry">
            <mxRectangle height="30" width="150" as="alternateBounds" />
          </mxGeometry>
        </mxCell>
        <mxCell id="D_ME3l-LCZVwlyARO-Uj-172" collapsed="1" parent="1" style="shape=table;startSize=30;container=1;collapsible=1;childLayout=tableLayout;fixedRows=1;rowLines=0;fontStyle=1;align=center;resizeLast=1;html=1;" value="closed_questions_examens" vertex="1">
          <mxGeometry height="30" width="190" x="-45" y="440" as="geometry">
            <mxRectangle height="150" width="180" x="190" y="260" as="alternateBounds" />
          </mxGeometry>
        </mxCell>
        <mxCell id="D_ME3l-LCZVwlyARO-Uj-173" parent="D_ME3l-LCZVwlyARO-Uj-172" style="shape=tableRow;horizontal=0;startSize=0;swimlaneHead=0;swimlaneBody=0;fillColor=none;collapsible=0;dropTarget=0;points=[[0,0.5],[1,0.5]];portConstraint=eastwest;top=0;left=0;right=0;bottom=1;" value="" vertex="1">
          <mxGeometry height="30" width="180" y="30" as="geometry" />
        </mxCell>
        <mxCell id="D_ME3l-LCZVwlyARO-Uj-174" parent="D_ME3l-LCZVwlyARO-Uj-173" style="shape=partialRectangle;connectable=0;fillColor=none;top=0;left=0;bottom=0;right=0;fontStyle=1;overflow=hidden;whiteSpace=wrap;html=1;" value="PK" vertex="1">
          <mxGeometry height="30" width="30" as="geometry">
            <mxRectangle height="30" width="30" as="alternateBounds" />
          </mxGeometry>
        </mxCell>
        <mxCell id="D_ME3l-LCZVwlyARO-Uj-175" parent="D_ME3l-LCZVwlyARO-Uj-173" style="shape=partialRectangle;connectable=0;fillColor=none;top=0;left=0;bottom=0;right=0;align=left;spacingLeft=6;fontStyle=5;overflow=hidden;whiteSpace=wrap;html=1;" value="UniqueID" vertex="1">
          <mxGeometry height="30" width="150" x="30" as="geometry">
            <mxRectangle height="30" width="150" as="alternateBounds" />
          </mxGeometry>
        </mxCell>
        <mxCell id="D_ME3l-LCZVwlyARO-Uj-176" parent="D_ME3l-LCZVwlyARO-Uj-172" style="shape=tableRow;horizontal=0;startSize=0;swimlaneHead=0;swimlaneBody=0;fillColor=none;collapsible=0;dropTarget=0;points=[[0,0.5],[1,0.5]];portConstraint=eastwest;top=0;left=0;right=0;bottom=0;" value="" vertex="1">
          <mxGeometry height="30" width="180" y="60" as="geometry" />
        </mxCell>
        <mxCell id="D_ME3l-LCZVwlyARO-Uj-177" parent="D_ME3l-LCZVwlyARO-Uj-176" style="shape=partialRectangle;connectable=0;fillColor=none;top=0;left=0;bottom=0;right=0;editable=1;overflow=hidden;whiteSpace=wrap;html=1;" value="" vertex="1">
          <mxGeometry height="30" width="30" as="geometry">
            <mxRectangle height="30" width="30" as="alternateBounds" />
          </mxGeometry>
        </mxCell>
        <mxCell id="D_ME3l-LCZVwlyARO-Uj-178" parent="D_ME3l-LCZVwlyARO-Uj-176" style="shape=partialRectangle;connectable=0;fillColor=none;top=0;left=0;bottom=0;right=0;align=left;spacingLeft=6;overflow=hidden;whiteSpace=wrap;html=1;" value="Row 1" vertex="1">
          <mxGeometry height="30" width="150" x="30" as="geometry">
            <mxRectangle height="30" width="150" as="alternateBounds" />
          </mxGeometry>
        </mxCell>
        <mxCell id="D_ME3l-LCZVwlyARO-Uj-179" parent="D_ME3l-LCZVwlyARO-Uj-172" style="shape=tableRow;horizontal=0;startSize=0;swimlaneHead=0;swimlaneBody=0;fillColor=none;collapsible=0;dropTarget=0;points=[[0,0.5],[1,0.5]];portConstraint=eastwest;top=0;left=0;right=0;bottom=0;" value="" vertex="1">
          <mxGeometry height="30" width="180" y="90" as="geometry" />
        </mxCell>
        <mxCell id="D_ME3l-LCZVwlyARO-Uj-180" parent="D_ME3l-LCZVwlyARO-Uj-179" style="shape=partialRectangle;connectable=0;fillColor=none;top=0;left=0;bottom=0;right=0;editable=1;overflow=hidden;whiteSpace=wrap;html=1;" value="" vertex="1">
          <mxGeometry height="30" width="30" as="geometry">
            <mxRectangle height="30" width="30" as="alternateBounds" />
          </mxGeometry>
        </mxCell>
        <mxCell id="D_ME3l-LCZVwlyARO-Uj-181" parent="D_ME3l-LCZVwlyARO-Uj-179" style="shape=partialRectangle;connectable=0;fillColor=none;top=0;left=0;bottom=0;right=0;align=left;spacingLeft=6;overflow=hidden;whiteSpace=wrap;html=1;" value="Row 2" vertex="1">
          <mxGeometry height="30" width="150" x="30" as="geometry">
            <mxRectangle height="30" width="150" as="alternateBounds" />
          </mxGeometry>
        </mxCell>
        <mxCell id="D_ME3l-LCZVwlyARO-Uj-182" parent="D_ME3l-LCZVwlyARO-Uj-172" style="shape=tableRow;horizontal=0;startSize=0;swimlaneHead=0;swimlaneBody=0;fillColor=none;collapsible=0;dropTarget=0;points=[[0,0.5],[1,0.5]];portConstraint=eastwest;top=0;left=0;right=0;bottom=0;" value="" vertex="1">
          <mxGeometry height="30" width="180" y="120" as="geometry" />
        </mxCell>
        <mxCell id="D_ME3l-LCZVwlyARO-Uj-183" parent="D_ME3l-LCZVwlyARO-Uj-182" style="shape=partialRectangle;connectable=0;fillColor=none;top=0;left=0;bottom=0;right=0;editable=1;overflow=hidden;whiteSpace=wrap;html=1;" value="" vertex="1">
          <mxGeometry height="30" width="30" as="geometry">
            <mxRectangle height="30" width="30" as="alternateBounds" />
          </mxGeometry>
        </mxCell>
        <mxCell id="D_ME3l-LCZVwlyARO-Uj-184" parent="D_ME3l-LCZVwlyARO-Uj-182" style="shape=partialRectangle;connectable=0;fillColor=none;top=0;left=0;bottom=0;right=0;align=left;spacingLeft=6;overflow=hidden;whiteSpace=wrap;html=1;" value="Row 3" vertex="1">
          <mxGeometry height="30" width="150" x="30" as="geometry">
            <mxRectangle height="30" width="150" as="alternateBounds" />
          </mxGeometry>
        </mxCell>
        <mxCell id="jCXdaAK0Y_vemZo6T6sb-1" edge="1" parent="1" source="D_ME3l-LCZVwlyARO-Uj-172" style="fontSize=12;html=1;endArrow=ERzeroToOne;startArrow=ERmandOne;rounded=0;exitX=0.483;exitY=0.025;exitDx=0;exitDy=0;exitPerimeter=0;entryX=0.5;entryY=1;entryDx=0;entryDy=0;" target="D_ME3l-LCZVwlyARO-Uj-144" value="">
          <mxGeometry height="100" relative="1" width="100" as="geometry">
            <mxPoint x="140" y="490" as="sourcePoint" />
            <mxPoint x="240" y="390" as="targetPoint" />
          </mxGeometry>
        </mxCell>
        <mxCell id="jCXdaAK0Y_vemZo6T6sb-2" edge="1" parent="1" source="D_ME3l-LCZVwlyARO-Uj-158" style="fontSize=12;html=1;endArrow=ERzeroToOne;startArrow=ERmandOne;rounded=0;exitX=0.999;exitY=0.427;exitDx=0;exitDy=0;exitPerimeter=0;entryX=0.026;entryY=0.476;entryDx=0;entryDy=0;entryPerimeter=0;" target="D_ME3l-LCZVwlyARO-Uj-144" value="">
          <mxGeometry height="100" relative="1" width="100" as="geometry">
            <mxPoint x="40" y="451" as="sourcePoint" />
            <mxPoint x="43" y="400" as="targetPoint" />
          </mxGeometry>
        </mxCell>
-         <mxCell id="jCXdaAK0Y_vemZo6T6sb-3" collapsed="1" parent="1" style="shape=table;startSize=30;container=1;collapsible=1;childLayout=tableLayout;fixedRows=1;rowLines=0;fontStyle=1;align=center;resizeLast=1;html=1;" value="documents" vertex="1">
+         <mxCell id="jCXdaAK0Y_vemZo6T6sb-3" collapsed="1" parent="1" style="shape=table;startSize=30;container=1;collapsible=1;childLayout=tableLayout;fixedRows=1;rowLines=0;fontStyle=1;align=center;resizeLast=1;html=1;" value="study_rooms" vertex="1">
          <mxGeometry height="30" width="100" x="240" y="160" as="geometry">
            <mxRectangle height="150" width="180" x="190" y="260" as="alternateBounds" />
          </mxGeometry>
        </mxCell>
        <mxCell id="jCXdaAK0Y_vemZo6T6sb-4" parent="jCXdaAK0Y_vemZo6T6sb-3" style="shape=tableRow;horizontal=0;startSize=0;swimlaneHead=0;swimlaneBody=0;fillColor=none;collapsible=0;dropTarget=0;points=[[0,0.5],[1,0.5]];portConstraint=eastwest;top=0;left=0;right=0;bottom=1;" value="" vertex="1">
          <mxGeometry height="30" width="180" y="30" as="geometry" />
        </mxCell>
        <mxCell id="jCXdaAK0Y_vemZo6T6sb-5" parent="jCXdaAK0Y_vemZo6T6sb-4" style="shape=partialRectangle;connectable=0;fillColor=none;top=0;left=0;bottom=0;right=0;fontStyle=1;overflow=hidden;whiteSpace=wrap;html=1;" value="PK" vertex="1">
          <mxGeometry height="30" width="30" as="geometry">
            <mxRectangle height="30" width="30" as="alternateBounds" />
          </mxGeometry>
        </mxCell>
        <mxCell id="jCXdaAK0Y_vemZo6T6sb-6" parent="jCXdaAK0Y_vemZo6T6sb-4" style="shape=partialRectangle;connectable=0;fillColor=none;top=0;left=0;bottom=0;right=0;align=left;spacingLeft=6;fontStyle=5;overflow=hidden;whiteSpace=wrap;html=1;" value="UniqueID" vertex="1">
          <mxGeometry height="30" width="150" x="30" as="geometry">
            <mxRectangle height="30" width="150" as="alternateBounds" />
          </mxGeometry>
        </mxCell>
        <mxCell id="jCXdaAK0Y_vemZo6T6sb-7" parent="jCXdaAK0Y_vemZo6T6sb-3" style="shape=tableRow;horizontal=0;startSize=0;swimlaneHead=0;swimlaneBody=0;fillColor=none;collapsible=0;dropTarget=0;points=[[0,0.5],[1,0.5]];portConstraint=eastwest;top=0;left=0;right=0;bottom=0;" value="" vertex="1">
          <mxGeometry height="30" width="180" y="60" as="geometry" />
        </mxCell>
        <mxCell id="jCXdaAK0Y_vemZo6T6sb-8" parent="jCXdaAK0Y_vemZo6T6sb-7" style="shape=partialRectangle;connectable=0;fillColor=none;top=0;left=0;bottom=0;right=0;editable=1;overflow=hidden;whiteSpace=wrap;html=1;" value="" vertex="1">
          <mxGeometry height="30" width="30" as="geometry">
            <mxRectangle height="30" width="30" as="alternateBounds" />
          </mxGeometry>
        </mxCell>
        <mxCell id="jCXdaAK0Y_vemZo6T6sb-9" parent="jCXdaAK0Y_vemZo6T6sb-7" style="shape=partialRectangle;connectable=0;fillColor=none;top=0;left=0;bottom=0;right=0;align=left;spacingLeft=6;overflow=hidden;whiteSpace=wrap;html=1;" value="Row 1" vertex="1">
          <mxGeometry height="30" width="150" x="30" as="geometry">
            <mxRectangle height="30" width="150" as="alternateBounds" />
          </mxGeometry>
        </mxCell>
        <mxCell id="jCXdaAK0Y_vemZo6T6sb-10" parent="jCXdaAK0Y_vemZo6T6sb-3" style="shape=tableRow;horizontal=0;startSize=0;swimlaneHead=0;swimlaneBody=0;fillColor=none;collapsible=0;dropTarget=0;points=[[0,0.5],[1,0.5]];portConstraint=eastwest;top=0;left=0;right=0;bottom=0;" value="" vertex="1">
          <mxGeometry height="30" width="180" y="90" as="geometry" />
        </mxCell>
        <mxCell id="jCXdaAK0Y_vemZo6T6sb-11" parent="jCXdaAK0Y_vemZo6T6sb-10" style="shape=partialRectangle;connectable=0;fillColor=none;top=0;left=0;bottom=0;right=0;editable=1;overflow=hidden;whiteSpace=wrap;html=1;" value="" vertex="1">
          <mxGeometry height="30" width="30" as="geometry">
            <mxRectangle height="30" width="30" as="alternateBounds" />
          </mxGeometry>
        </mxCell>
        <mxCell id="jCXdaAK0Y_vemZo6T6sb-12" parent="jCXdaAK0Y_vemZo6T6sb-10" style="shape=partialRectangle;connectable=0;fillColor=none;top=0;left=0;bottom=0;right=0;align=left;spacingLeft=6;overflow=hidden;whiteSpace=wrap;html=1;" value="Row 2" vertex="1">
          <mxGeometry height="30" width="150" x="30" as="geometry">
            <mxRectangle height="30" width="150" as="alternateBounds" />
          </mxGeometry>
        </mxCell>
        <mxCell id="jCXdaAK0Y_vemZo6T6sb-13" parent="jCXdaAK0Y_vemZo6T6sb-3" style="shape=tableRow;horizontal=0;startSize=0;swimlaneHead=0;swimlaneBody=0;fillColor=none;collapsible=0;dropTarget=0;points=[[0,0.5],[1,0.5]];portConstraint=eastwest;top=0;left=0;right=0;bottom=0;" value="" vertex="1">
          <mxGeometry height="30" width="180" y="120" as="geometry" />
        </mxCell>
        <mxCell id="jCXdaAK0Y_vemZo6T6sb-14" parent="jCXdaAK0Y_vemZo6T6sb-13" style="shape=partialRectangle;connectable=0;fillColor=none;top=0;left=0;bottom=0;right=0;editable=1;overflow=hidden;whiteSpace=wrap;html=1;" value="" vertex="1">
          <mxGeometry height="30" width="30" as="geometry">
            <mxRectangle height="30" width="30" as="alternateBounds" />
          </mxGeometry>
        </mxCell>
        <mxCell id="jCXdaAK0Y_vemZo6T6sb-15" parent="jCXdaAK0Y_vemZo6T6sb-13" style="shape=partialRectangle;connectable=0;fillColor=none;top=0;left=0;bottom=0;right=0;align=left;spacingLeft=6;overflow=hidden;whiteSpace=wrap;html=1;" value="Row 3" vertex="1">
          <mxGeometry height="30" width="150" x="30" as="geometry">
            <mxRectangle height="30" width="150" as="alternateBounds" />
          </mxGeometry>
        </mxCell>
      </root>
    </mxGraphModel>
  </diagram>
</mxfile>
